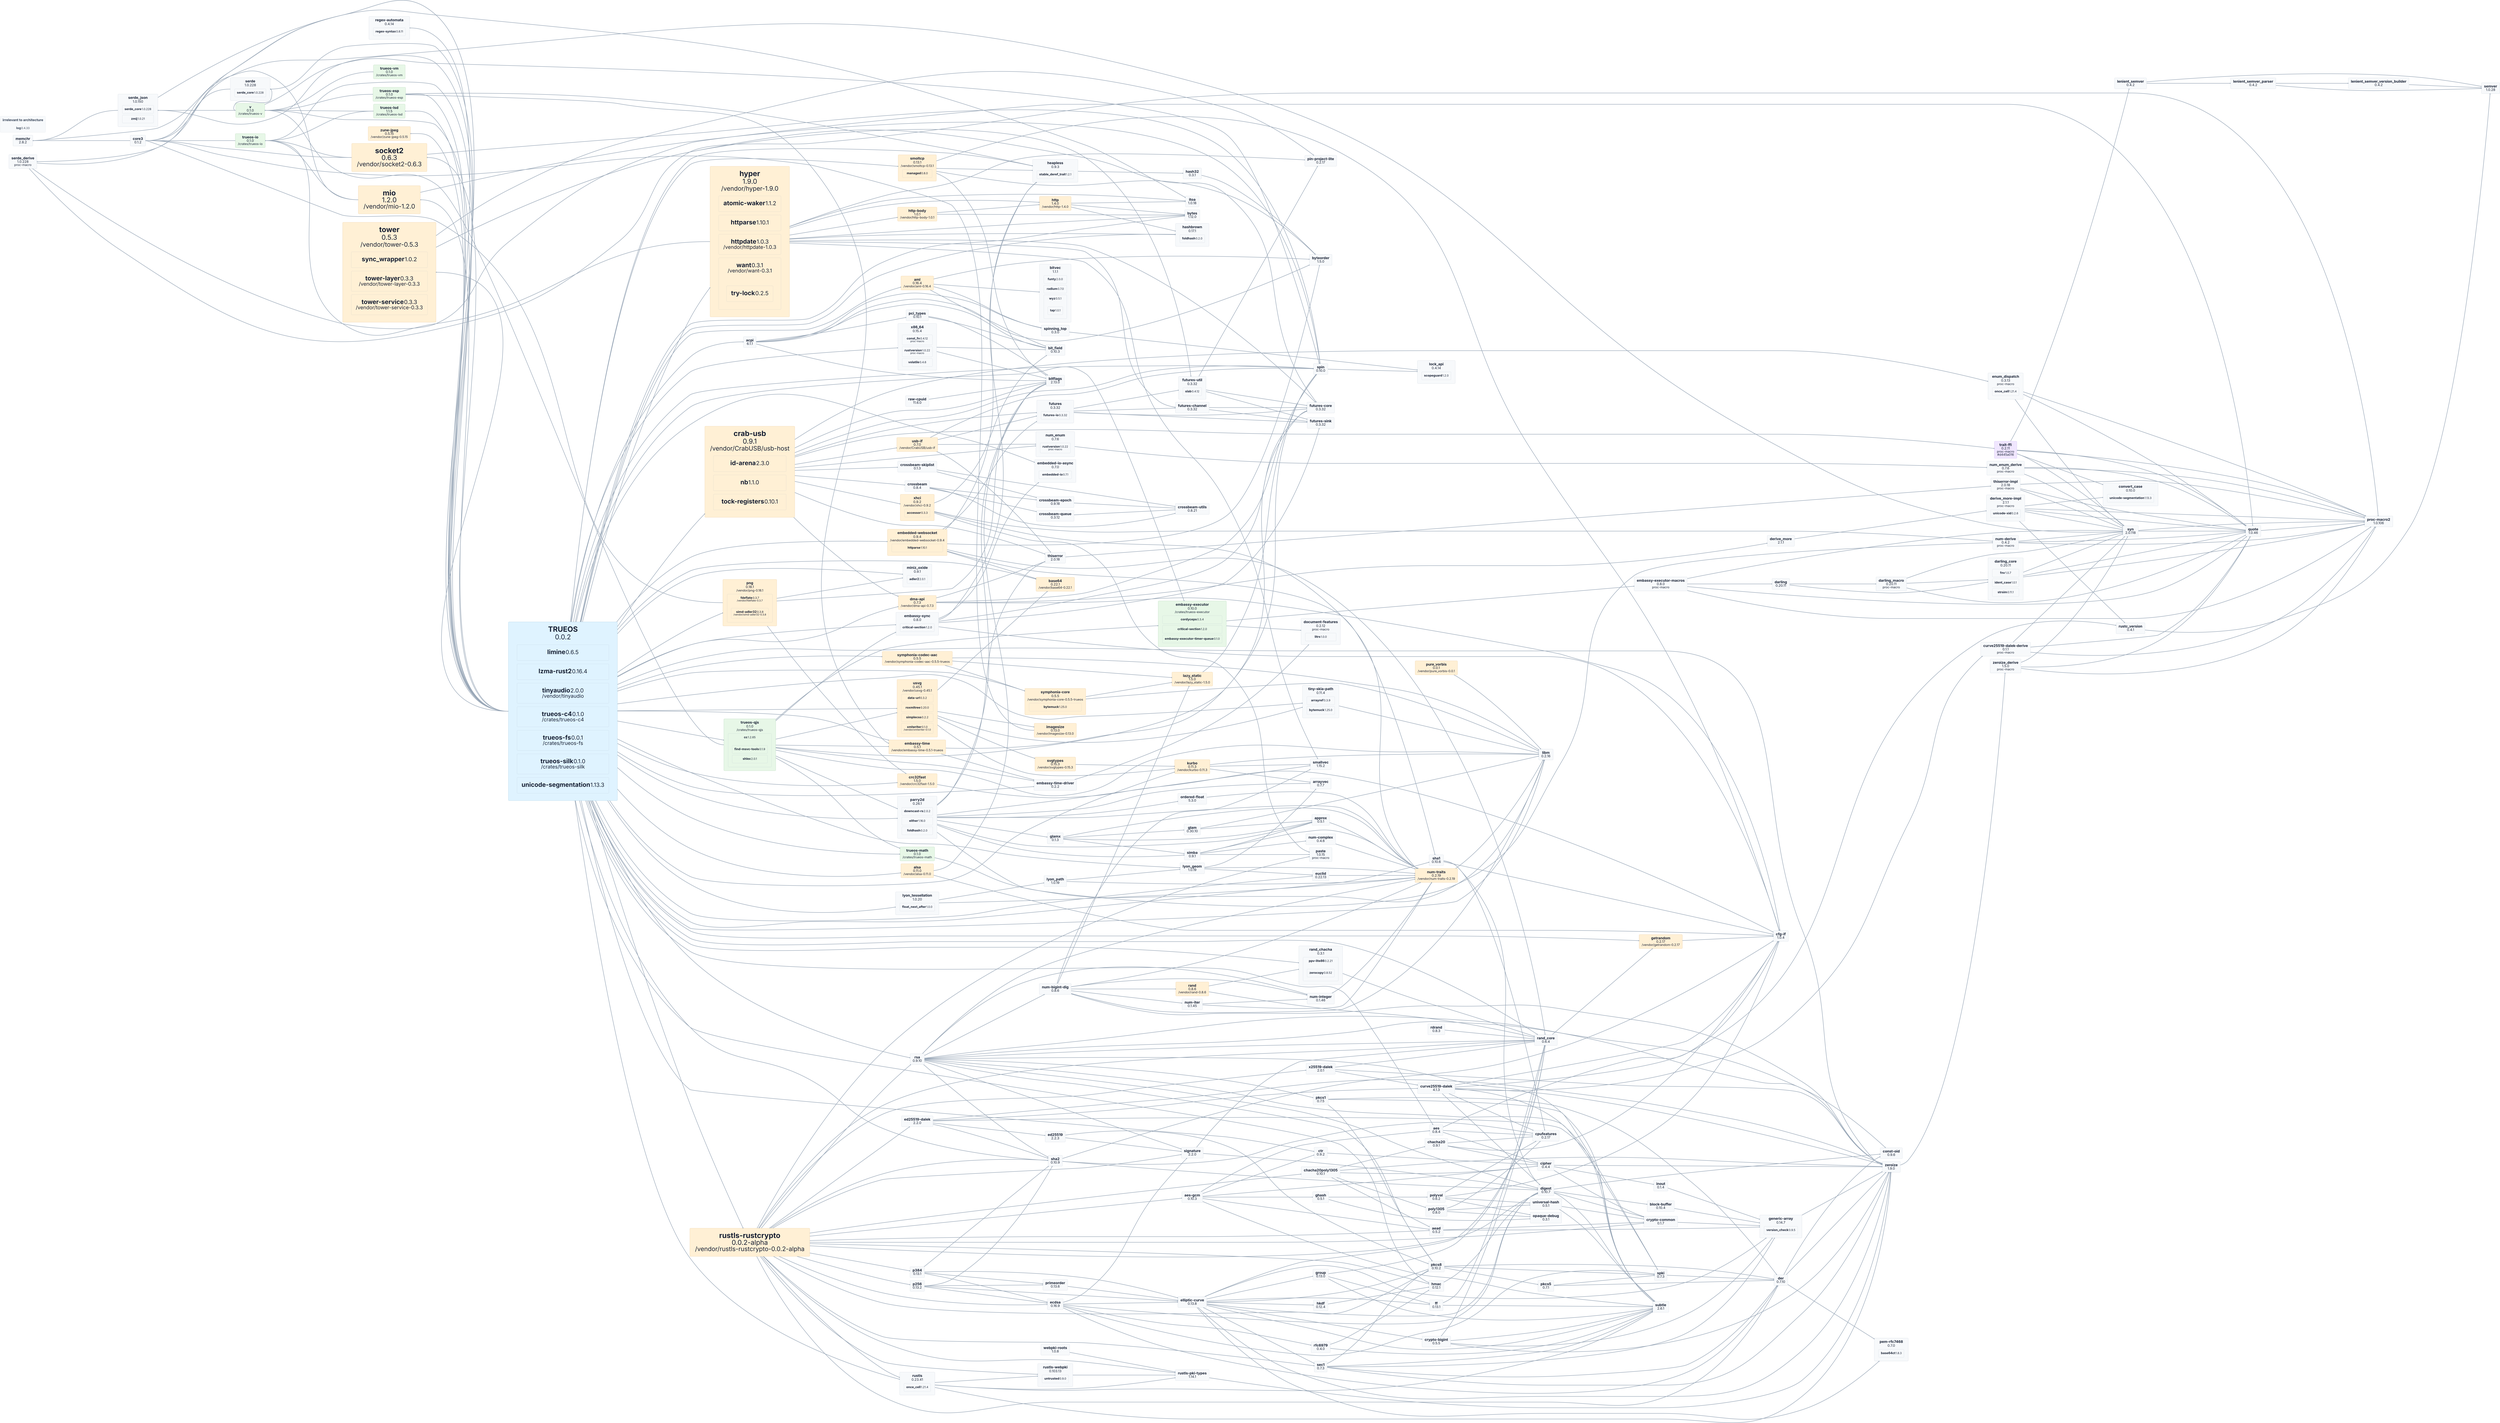
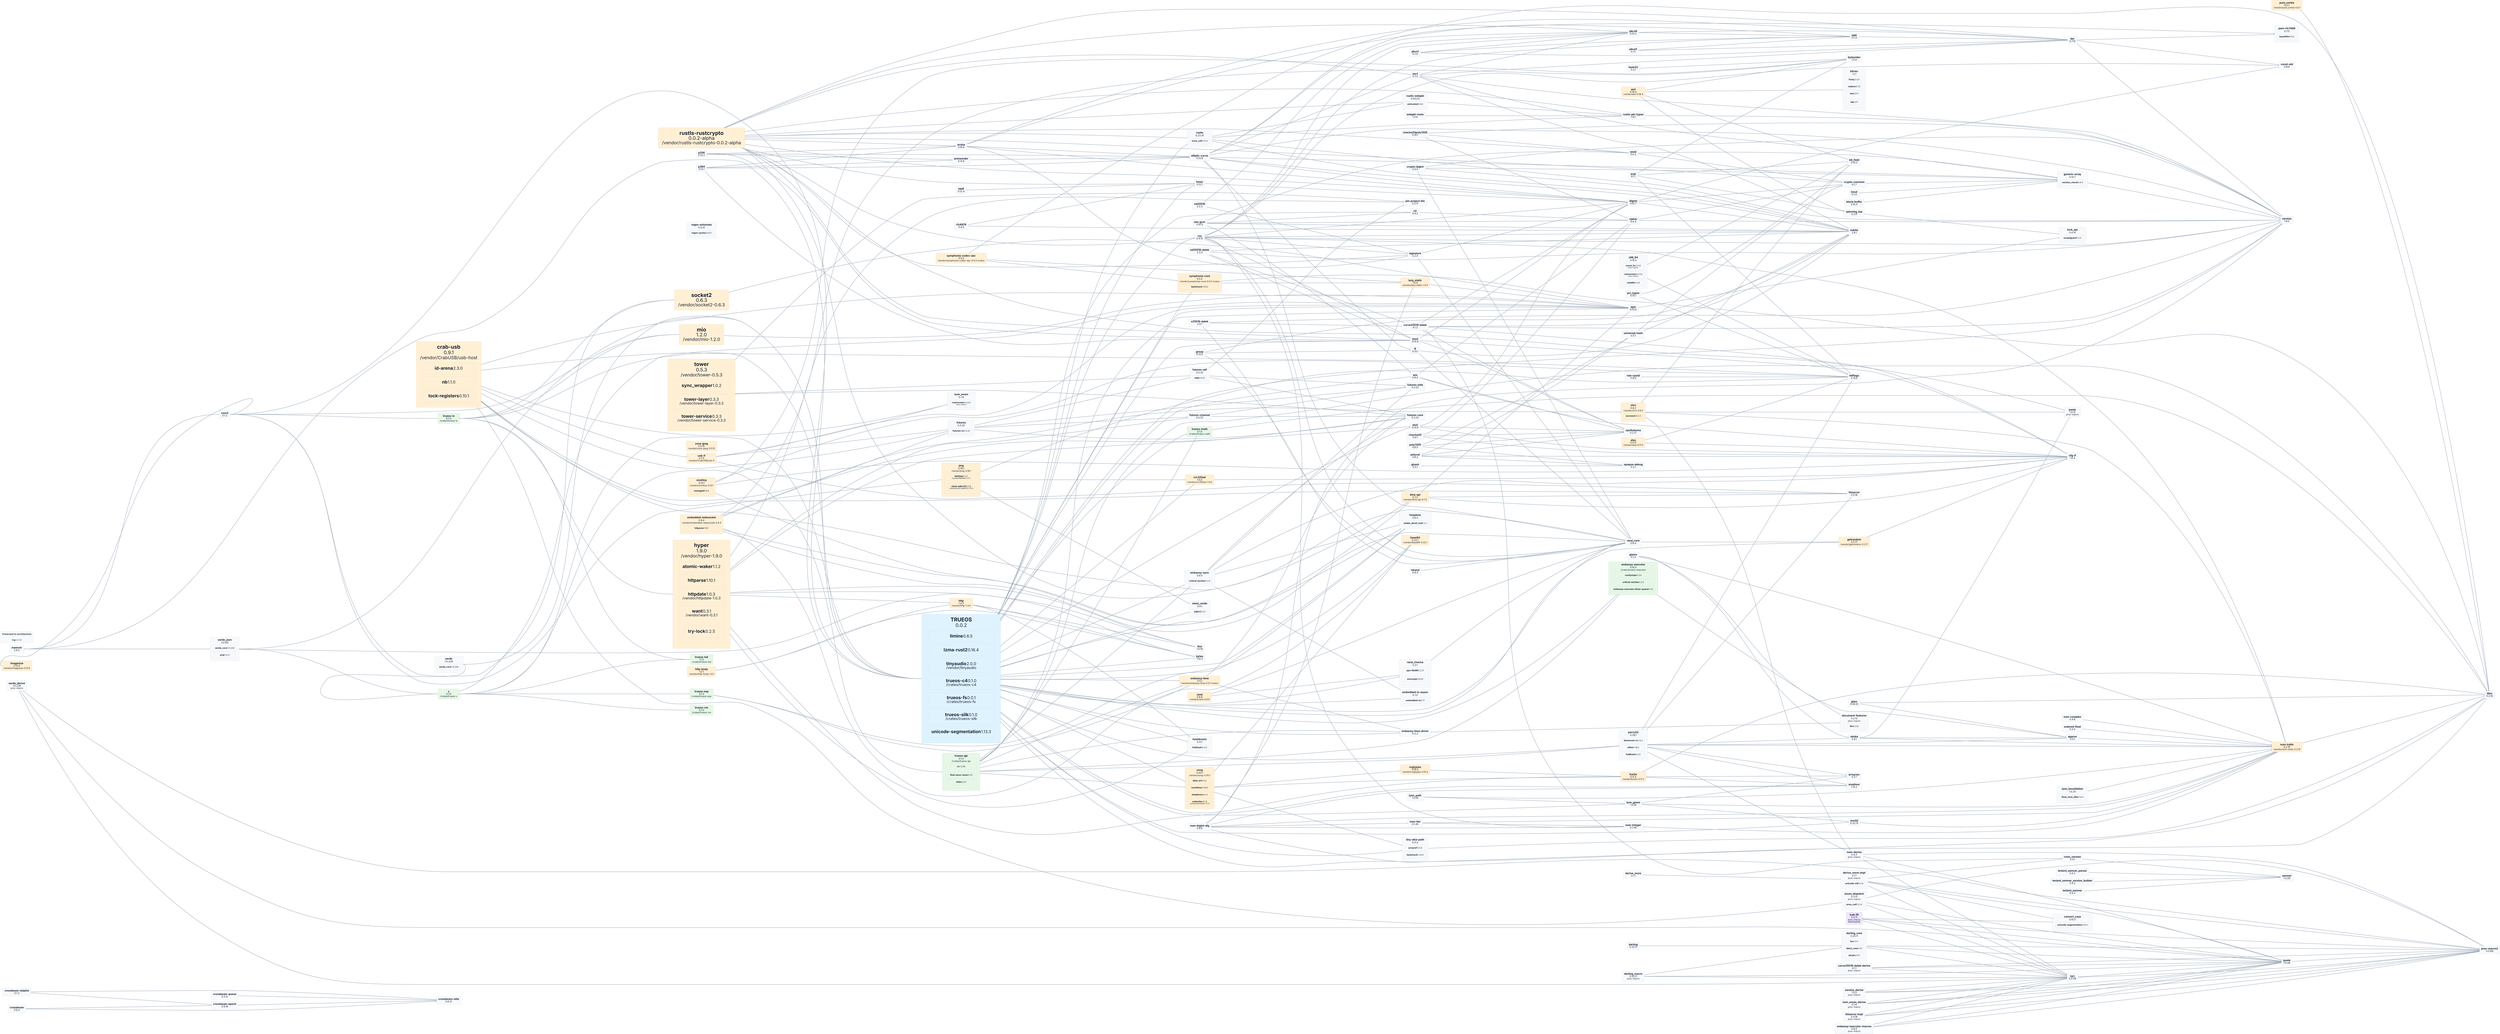
digraph trueos_depth_graph {
-   graph [rankdir=LR, bgcolor="white", overlap=false, splines=true, nodesep=0.62, ranksep=16.2];
+   graph [rankdir=LR, bgcolor="white", overlap=false, splines=true, nodesep=0.62, ranksep=55.0];
  node [shape=box, style="rounded,filled", fontname="Inter,Arial", fontsize=10, margin="0.13,0.10", color="#8b9bb0", fillcolor="#f7f9fb", fontcolor="#172033"];
  edge [color="#9aa8b8", arrowsize=0.55, penwidth=7.2];
  n0 [label=<<TABLE BORDER="0" CELLBORDER="0" CELLSPACING="0" CELLPADDING="0"><TR><TD><FONT POINT-SIZE="117"><B>TRUEOS</B></FONT></TD></TR>
<TR><TD><FONT POINT-SIZE="108">0.0.2</FONT></TD></TR><TR><TD><TABLE BORDER="0" CELLBORDER="0" CELLSPACING="54" CELLPADDING="0"><TR><TD><TABLE BORDER="1" CELLBORDER="0" CELLSPACING="0" CELLPADDING="72" COLOR="#9aa8b8" STYLE="ROUNDED"><TR><TD><FONT POINT-SIZE="99"><B>limine</B></FONT> <FONT POINT-SIZE="90">0.6.5</FONT></TD></TR></TABLE></TD></TR><TR><TD><TABLE BORDER="1" CELLBORDER="0" CELLSPACING="0" CELLPADDING="72" COLOR="#9aa8b8" STYLE="ROUNDED"><TR><TD><FONT POINT-SIZE="99"><B>lzma-rust2</B></FONT> <FONT POINT-SIZE="90">0.16.4</FONT></TD></TR></TABLE></TD></TR><TR><TD><TABLE BORDER="1" CELLBORDER="0" CELLSPACING="0" CELLPADDING="72" COLOR="#9aa8b8" STYLE="ROUNDED"><TR><TD><FONT POINT-SIZE="99"><B>tinyaudio</B></FONT> <FONT POINT-SIZE="90">2.0.0</FONT><BR/><FONT POINT-SIZE="81">/vendor/tinyaudio</FONT></TD></TR></TABLE></TD></TR><TR><TD><TABLE BORDER="1" CELLBORDER="0" CELLSPACING="0" CELLPADDING="72" COLOR="#9aa8b8" STYLE="ROUNDED"><TR><TD><FONT POINT-SIZE="99"><B>trueos-c4</B></FONT> <FONT POINT-SIZE="90">0.1.0</FONT><BR/><FONT POINT-SIZE="81">/crates/trueos-c4</FONT></TD></TR></TABLE></TD></TR><TR><TD><TABLE BORDER="1" CELLBORDER="0" CELLSPACING="0" CELLPADDING="72" COLOR="#9aa8b8" STYLE="ROUNDED"><TR><TD><FONT POINT-SIZE="99"><B>trueos-fs</B></FONT> <FONT POINT-SIZE="90">0.0.1</FONT><BR/><FONT POINT-SIZE="81">/crates/trueos-fs</FONT></TD></TR></TABLE></TD></TR><TR><TD><TABLE BORDER="1" CELLBORDER="0" CELLSPACING="0" CELLPADDING="72" COLOR="#9aa8b8" STYLE="ROUNDED"><TR><TD><FONT POINT-SIZE="99"><B>trueos-silk</B></FONT> <FONT POINT-SIZE="90">0.1.0</FONT><BR/><FONT POINT-SIZE="81">/crates/trueos-silk</FONT></TD></TR></TABLE></TD></TR><TR><TD PORT="p_unicode_segmentation_v1_13_3"><TABLE BORDER="1" CELLBORDER="0" CELLSPACING="0" CELLPADDING="72" COLOR="#9aa8b8" STYLE="ROUNDED"><TR><TD><FONT POINT-SIZE="99"><B>unicode-segmentation</B></FONT> <FONT POINT-SIZE="90">1.13.3</FONT></TD></TR></TABLE></TD></TR></TABLE></TD></TR></TABLE>>, fillcolor="#dff3ff", color="#1b78a6", margin="1.17,0.90"];
  n1 [label=<<FONT POINT-SIZE="58"><B>acpi</B></FONT><BR/><FONT POINT-SIZE="54">6.1.1</FONT>>, fillcolor="#f7f9fb", color="#8b9bb0", margin="0.58,0.45"];
  n2 [label=<<FONT POINT-SIZE="58"><B>aead</B></FONT><BR/><FONT POINT-SIZE="54">0.5.2</FONT>>, fillcolor="#f7f9fb", color="#8b9bb0", margin="0.58,0.45"];
  n3 [label=<<FONT POINT-SIZE="58"><B>aes</B></FONT><BR/><FONT POINT-SIZE="54">0.8.4</FONT>>, fillcolor="#f7f9fb", color="#8b9bb0", margin="0.58,0.45"];
  n4 [label=<<FONT POINT-SIZE="58"><B>aes-gcm</B></FONT><BR/><FONT POINT-SIZE="54">0.10.3</FONT>>, fillcolor="#f7f9fb", color="#8b9bb0", margin="0.58,0.45"];
  n5 [label=<<FONT POINT-SIZE="58"><B>alsa</B></FONT><BR/><FONT POINT-SIZE="54">0.11.0</FONT><BR/><FONT POINT-SIZE="50">/vendor/alsa-0.11.0</FONT>>, fillcolor="#fff0d5", color="#c47a1a", margin="0.58,0.45"];
  n6 [label=<<FONT POINT-SIZE="58"><B>aml</B></FONT><BR/><FONT POINT-SIZE="54">0.16.4</FONT><BR/><FONT POINT-SIZE="50">/vendor/aml-0.16.4</FONT>>, fillcolor="#fff0d5", color="#c47a1a", margin="0.58,0.45"];
  n7 [label=<<FONT POINT-SIZE="58"><B>approx</B></FONT><BR/><FONT POINT-SIZE="54">0.5.1</FONT>>, fillcolor="#f7f9fb", color="#8b9bb0", margin="0.58,0.45"];
  n8 [label=<<FONT POINT-SIZE="58"><B>arrayvec</B></FONT><BR/><FONT POINT-SIZE="54">0.7.7</FONT>>, fillcolor="#f7f9fb", color="#8b9bb0", margin="0.58,0.45"];
  n9 [label=<<FONT POINT-SIZE="58"><B>base64</B></FONT><BR/><FONT POINT-SIZE="54">0.22.1</FONT><BR/><FONT POINT-SIZE="50">/vendor/base64-0.22.1</FONT>>, fillcolor="#fff0d5", color="#c47a1a", margin="0.58,0.45"];
  n10 [label=<<FONT POINT-SIZE="58"><B>bit_field</B></FONT><BR/><FONT POINT-SIZE="54">0.10.3</FONT>>, fillcolor="#f7f9fb", color="#8b9bb0", margin="0.58,0.45"];
  n11 [label=<<FONT POINT-SIZE="58"><B>bitflags</B></FONT><BR/><FONT POINT-SIZE="54">2.13.0</FONT>>, fillcolor="#f7f9fb", color="#8b9bb0", margin="0.58,0.45"];
  n12 [label=<<TABLE BORDER="0" CELLBORDER="0" CELLSPACING="0" CELLPADDING="0"><TR><TD><FONT POINT-SIZE="58"><B>bitvec</B></FONT></TD></TR>
<TR><TD><FONT POINT-SIZE="54">1.1.1</FONT></TD></TR><TR><TD><TABLE BORDER="0" CELLBORDER="0" CELLSPACING="27" CELLPADDING="0"><TR><TD><TABLE BORDER="1" CELLBORDER="0" CELLSPACING="0" CELLPADDING="36" COLOR="#9aa8b8" STYLE="ROUNDED"><TR><TD><FONT POINT-SIZE="50"><B>funty</B></FONT> <FONT POINT-SIZE="45">2.0.0</FONT></TD></TR></TABLE></TD></TR><TR><TD><TABLE BORDER="1" CELLBORDER="0" CELLSPACING="0" CELLPADDING="36" COLOR="#9aa8b8" STYLE="ROUNDED"><TR><TD><FONT POINT-SIZE="50"><B>radium</B></FONT> <FONT POINT-SIZE="45">0.7.0</FONT></TD></TR></TABLE></TD></TR><TR><TD><TABLE BORDER="1" CELLBORDER="0" CELLSPACING="0" CELLPADDING="36" COLOR="#9aa8b8" STYLE="ROUNDED"><TR><TD><FONT POINT-SIZE="50"><B>wyz</B></FONT> <FONT POINT-SIZE="45">0.5.1</FONT></TD></TR><TR><TD><TABLE BORDER="0" CELLBORDER="0" CELLSPACING="27" CELLPADDING="0"><TR><TD><TABLE BORDER="1" CELLBORDER="0" CELLSPACING="0" CELLPADDING="36" COLOR="#9aa8b8" STYLE="ROUNDED"><TR><TD><FONT POINT-SIZE="50"><B>tap</B></FONT> <FONT POINT-SIZE="45">1.0.1</FONT></TD></TR></TABLE></TD></TR></TABLE></TD></TR></TABLE></TD></TR></TABLE></TD></TR></TABLE>>, fillcolor="#f7f9fb", color="#8b9bb0", margin="0.58,0.45"];
  n13 [label=<<FONT POINT-SIZE="58"><B>block-buffer</B></FONT><BR/><FONT POINT-SIZE="54">0.10.4</FONT>>, fillcolor="#f7f9fb", color="#8b9bb0", margin="0.58,0.45"];
  n14 [label=<<FONT POINT-SIZE="58"><B>byteorder</B></FONT><BR/><FONT POINT-SIZE="54">1.5.0</FONT>>, fillcolor="#f7f9fb", color="#8b9bb0", margin="0.58,0.45"];
  n15 [label=<<FONT POINT-SIZE="58"><B>bytes</B></FONT><BR/><FONT POINT-SIZE="54">1.12.0</FONT>>, fillcolor="#f7f9fb", color="#8b9bb0", margin="0.58,0.45"];
  n16 [label=<<FONT POINT-SIZE="58"><B>cfg-if</B></FONT><BR/><FONT POINT-SIZE="54">1.0.4</FONT>>, fillcolor="#f7f9fb", color="#8b9bb0", margin="0.58,0.45"];
  n17 [label=<<FONT POINT-SIZE="58"><B>chacha20</B></FONT><BR/><FONT POINT-SIZE="54">0.9.1</FONT>>, fillcolor="#f7f9fb", color="#8b9bb0", margin="0.58,0.45"];
  n18 [label=<<FONT POINT-SIZE="58"><B>chacha20poly1305</B></FONT><BR/><FONT POINT-SIZE="54">0.10.1</FONT>>, fillcolor="#f7f9fb", color="#8b9bb0", margin="0.58,0.45"];
  n19 [label=<<FONT POINT-SIZE="58"><B>cipher</B></FONT><BR/><FONT POINT-SIZE="54">0.4.4</FONT>>, fillcolor="#f7f9fb", color="#8b9bb0", margin="0.58,0.45"];
  n20 [label=<<FONT POINT-SIZE="58"><B>const-oid</B></FONT><BR/><FONT POINT-SIZE="54">0.9.6</FONT>>, fillcolor="#f7f9fb", color="#8b9bb0", margin="0.58,0.45"];
  n21 [label=<<TABLE BORDER="0" CELLBORDER="0" CELLSPACING="0" CELLPADDING="0"><TR><TD><FONT POINT-SIZE="58"><B>convert_case</B></FONT></TD></TR>
<TR><TD><FONT POINT-SIZE="54">0.10.0</FONT></TD></TR><TR><TD><TABLE BORDER="0" CELLBORDER="0" CELLSPACING="27" CELLPADDING="0"><TR><TD PORT="p_unicode_segmentation_v1_13_3"><TABLE BORDER="1" CELLBORDER="0" CELLSPACING="0" CELLPADDING="36" COLOR="#9aa8b8" STYLE="ROUNDED"><TR><TD><FONT POINT-SIZE="50"><B>unicode-segmentation</B></FONT> <FONT POINT-SIZE="45">1.13.3</FONT></TD></TR></TABLE></TD></TR></TABLE></TD></TR></TABLE>>, fillcolor="#f7f9fb", color="#8b9bb0", margin="0.58,0.45"];
  n22 [label=<<FONT POINT-SIZE="58"><B>core3</B></FONT><BR/><FONT POINT-SIZE="54">0.1.2</FONT>>, fillcolor="#f7f9fb", color="#8b9bb0", margin="0.58,0.45"];
  n23 [label=<<FONT POINT-SIZE="58"><B>cpufeatures</B></FONT><BR/><FONT POINT-SIZE="54">0.2.17</FONT>>, fillcolor="#f7f9fb", color="#8b9bb0", margin="0.58,0.45"];
  n24 [label=<<TABLE BORDER="0" CELLBORDER="0" CELLSPACING="0" CELLPADDING="0"><TR><TD><FONT POINT-SIZE="117"><B>crab-usb</B></FONT></TD></TR>
<TR><TD><FONT POINT-SIZE="108">0.9.1</FONT></TD></TR>
<TR><TD><FONT POINT-SIZE="99">/vendor/CrabUSB/usb-host</FONT></TD></TR><TR><TD><TABLE BORDER="0" CELLBORDER="0" CELLSPACING="54" CELLPADDING="0"><TR><TD><TABLE BORDER="1" CELLBORDER="0" CELLSPACING="0" CELLPADDING="72" COLOR="#9aa8b8" STYLE="ROUNDED"><TR><TD><FONT POINT-SIZE="99"><B>id-arena</B></FONT> <FONT POINT-SIZE="90">2.3.0</FONT></TD></TR></TABLE></TD></TR><TR><TD><TABLE BORDER="1" CELLBORDER="0" CELLSPACING="0" CELLPADDING="72" COLOR="#9aa8b8" STYLE="ROUNDED"><TR><TD><FONT POINT-SIZE="99"><B>nb</B></FONT> <FONT POINT-SIZE="90">1.1.0</FONT></TD></TR></TABLE></TD></TR><TR><TD><TABLE BORDER="1" CELLBORDER="0" CELLSPACING="0" CELLPADDING="72" COLOR="#9aa8b8" STYLE="ROUNDED"><TR><TD><FONT POINT-SIZE="99"><B>tock-registers</B></FONT> <FONT POINT-SIZE="90">0.10.1</FONT></TD></TR></TABLE></TD></TR></TABLE></TD></TR></TABLE>>, fillcolor="#fff0d5", color="#c47a1a", margin="1.17,0.90"];
  n25 [label=<<FONT POINT-SIZE="58"><B>crc32fast</B></FONT><BR/><FONT POINT-SIZE="54">1.5.0</FONT><BR/><FONT POINT-SIZE="50">/vendor/crc32fast-1.5.0</FONT>>, fillcolor="#fff0d5", color="#c47a1a", margin="0.58,0.45"];
  n26 [label=<<FONT POINT-SIZE="58"><B>crossbeam</B></FONT><BR/><FONT POINT-SIZE="54">0.8.4</FONT>>, fillcolor="#f7f9fb", color="#8b9bb0", margin="0.58,0.45"];
  n27 [label=<<FONT POINT-SIZE="58"><B>crossbeam-epoch</B></FONT><BR/><FONT POINT-SIZE="54">0.9.18</FONT>>, fillcolor="#f7f9fb", color="#8b9bb0", margin="0.58,0.45"];
  n28 [label=<<FONT POINT-SIZE="58"><B>crossbeam-queue</B></FONT><BR/><FONT POINT-SIZE="54">0.3.12</FONT>>, fillcolor="#f7f9fb", color="#8b9bb0", margin="0.58,0.45"];
  n29 [label=<<FONT POINT-SIZE="58"><B>crossbeam-skiplist</B></FONT><BR/><FONT POINT-SIZE="54">0.1.3</FONT>>, fillcolor="#f7f9fb", color="#8b9bb0", margin="0.58,0.45"];
  n30 [label=<<FONT POINT-SIZE="58"><B>crossbeam-utils</B></FONT><BR/><FONT POINT-SIZE="54">0.8.21</FONT>>, fillcolor="#f7f9fb", color="#8b9bb0", margin="0.58,0.45"];
  n31 [label=<<FONT POINT-SIZE="58"><B>crypto-bigint</B></FONT><BR/><FONT POINT-SIZE="54">0.5.5</FONT>>, fillcolor="#f7f9fb", color="#8b9bb0", margin="0.58,0.45"];
  n32 [label=<<FONT POINT-SIZE="58"><B>crypto-common</B></FONT><BR/><FONT POINT-SIZE="54">0.1.7</FONT>>, fillcolor="#f7f9fb", color="#8b9bb0", margin="0.58,0.45"];
  n33 [label=<<FONT POINT-SIZE="58"><B>ctr</B></FONT><BR/><FONT POINT-SIZE="54">0.9.2</FONT>>, fillcolor="#f7f9fb", color="#8b9bb0", margin="0.58,0.45"];
  n34 [label=<<FONT POINT-SIZE="58"><B>curve25519-dalek</B></FONT><BR/><FONT POINT-SIZE="54">4.1.3</FONT>>, fillcolor="#f7f9fb", color="#8b9bb0", margin="0.58,0.45"];
  n35 [label=<<FONT POINT-SIZE="58"><B>curve25519-dalek-derive</B></FONT><BR/><FONT POINT-SIZE="54">0.1.1</FONT><BR/><FONT POINT-SIZE="50">proc-macro</FONT>>, fillcolor="#f7f9fb", color="#8b9bb0", margin="0.58,0.45"];
  n36 [label=<<FONT POINT-SIZE="58"><B>darling</B></FONT><BR/><FONT POINT-SIZE="54">0.20.11</FONT>>, fillcolor="#f7f9fb", color="#8b9bb0", margin="0.58,0.45"];
  n37 [label=<<TABLE BORDER="0" CELLBORDER="0" CELLSPACING="0" CELLPADDING="0"><TR><TD><FONT POINT-SIZE="58"><B>darling_core</B></FONT></TD></TR>
<TR><TD><FONT POINT-SIZE="54">0.20.11</FONT></TD></TR><TR><TD><TABLE BORDER="0" CELLBORDER="0" CELLSPACING="27" CELLPADDING="0"><TR><TD><TABLE BORDER="1" CELLBORDER="0" CELLSPACING="0" CELLPADDING="36" COLOR="#9aa8b8" STYLE="ROUNDED"><TR><TD><FONT POINT-SIZE="50"><B>fnv</B></FONT> <FONT POINT-SIZE="45">1.0.7</FONT></TD></TR></TABLE></TD></TR><TR><TD><TABLE BORDER="1" CELLBORDER="0" CELLSPACING="0" CELLPADDING="36" COLOR="#9aa8b8" STYLE="ROUNDED"><TR><TD><FONT POINT-SIZE="50"><B>ident_case</B></FONT> <FONT POINT-SIZE="45">1.0.1</FONT></TD></TR></TABLE></TD></TR><TR><TD><TABLE BORDER="1" CELLBORDER="0" CELLSPACING="0" CELLPADDING="36" COLOR="#9aa8b8" STYLE="ROUNDED"><TR><TD><FONT POINT-SIZE="50"><B>strsim</B></FONT> <FONT POINT-SIZE="45">0.11.1</FONT></TD></TR></TABLE></TD></TR></TABLE></TD></TR></TABLE>>, fillcolor="#f7f9fb", color="#8b9bb0", margin="0.58,0.45"];
  n38 [label=<<FONT POINT-SIZE="58"><B>darling_macro</B></FONT><BR/><FONT POINT-SIZE="54">0.20.11</FONT><BR/><FONT POINT-SIZE="50">proc-macro</FONT>>, fillcolor="#f7f9fb", color="#8b9bb0", margin="0.58,0.45"];
  n39 [label=<<FONT POINT-SIZE="58"><B>der</B></FONT><BR/><FONT POINT-SIZE="54">0.7.10</FONT>>, fillcolor="#f7f9fb", color="#8b9bb0", margin="0.58,0.45"];
  n40 [label=<<FONT POINT-SIZE="58"><B>derive_more</B></FONT><BR/><FONT POINT-SIZE="54">2.1.1</FONT>>, fillcolor="#f7f9fb", color="#8b9bb0", margin="0.58,0.45"];
  n41 [label=<<TABLE BORDER="0" CELLBORDER="0" CELLSPACING="0" CELLPADDING="0"><TR><TD><FONT POINT-SIZE="58"><B>derive_more-impl</B></FONT></TD></TR>
<TR><TD><FONT POINT-SIZE="54">2.1.1</FONT></TD></TR>
<TR><TD><FONT POINT-SIZE="50">proc-macro</FONT></TD></TR><TR><TD><TABLE BORDER="0" CELLBORDER="0" CELLSPACING="27" CELLPADDING="0"><TR><TD><TABLE BORDER="1" CELLBORDER="0" CELLSPACING="0" CELLPADDING="36" COLOR="#9aa8b8" STYLE="ROUNDED"><TR><TD><FONT POINT-SIZE="50"><B>unicode-xid</B></FONT> <FONT POINT-SIZE="45">0.2.6</FONT></TD></TR></TABLE></TD></TR></TABLE></TD></TR></TABLE>>, fillcolor="#f7f9fb", color="#8b9bb0", margin="0.58,0.45"];
  n42 [label=<<FONT POINT-SIZE="58"><B>digest</B></FONT><BR/><FONT POINT-SIZE="54">0.10.7</FONT>>, fillcolor="#f7f9fb", color="#8b9bb0", margin="0.58,0.45"];
  n43 [label=<<FONT POINT-SIZE="58"><B>dma-api</B></FONT><BR/><FONT POINT-SIZE="54">0.7.3</FONT><BR/><FONT POINT-SIZE="50">/vendor/dma-api-0.7.3</FONT>>, fillcolor="#fff0d5", color="#c47a1a", margin="0.58,0.45"];
  n44 [label=<<TABLE BORDER="0" CELLBORDER="0" CELLSPACING="0" CELLPADDING="0"><TR><TD><FONT POINT-SIZE="58"><B>document-features</B></FONT></TD></TR>
<TR><TD><FONT POINT-SIZE="54">0.2.12</FONT></TD></TR>
<TR><TD><FONT POINT-SIZE="50">proc-macro</FONT></TD></TR><TR><TD><TABLE BORDER="0" CELLBORDER="0" CELLSPACING="27" CELLPADDING="0"><TR><TD><TABLE BORDER="1" CELLBORDER="0" CELLSPACING="0" CELLPADDING="36" COLOR="#9aa8b8" STYLE="ROUNDED"><TR><TD><FONT POINT-SIZE="50"><B>litrs</B></FONT> <FONT POINT-SIZE="45">1.0.0</FONT></TD></TR></TABLE></TD></TR></TABLE></TD></TR></TABLE>>, fillcolor="#f7f9fb", color="#8b9bb0", margin="0.58,0.45"];
  n45 [label=<<FONT POINT-SIZE="58"><B>ecdsa</B></FONT><BR/><FONT POINT-SIZE="54">0.16.9</FONT>>, fillcolor="#f7f9fb", color="#8b9bb0", margin="0.58,0.45"];
  n46 [label=<<FONT POINT-SIZE="58"><B>ed25519</B></FONT><BR/><FONT POINT-SIZE="54">2.2.3</FONT>>, fillcolor="#f7f9fb", color="#8b9bb0", margin="0.58,0.45"];
  n47 [label=<<FONT POINT-SIZE="58"><B>ed25519-dalek</B></FONT><BR/><FONT POINT-SIZE="54">2.2.0</FONT>>, fillcolor="#f7f9fb", color="#8b9bb0", margin="0.58,0.45"];
  n48 [label=<<FONT POINT-SIZE="58"><B>elliptic-curve</B></FONT><BR/><FONT POINT-SIZE="54">0.13.8</FONT>>, fillcolor="#f7f9fb", color="#8b9bb0", margin="0.58,0.45"];
  n49 [label=<<TABLE BORDER="0" CELLBORDER="0" CELLSPACING="0" CELLPADDING="0"><TR><TD><FONT POINT-SIZE="58"><B>embassy-executor</B></FONT></TD></TR>
<TR><TD><FONT POINT-SIZE="54">0.10.0</FONT></TD></TR>
<TR><TD><FONT POINT-SIZE="50">/crates/trueos-executor</FONT></TD></TR><TR><TD><TABLE BORDER="0" CELLBORDER="0" CELLSPACING="27" CELLPADDING="0"><TR><TD><TABLE BORDER="1" CELLBORDER="0" CELLSPACING="0" CELLPADDING="36" COLOR="#9aa8b8" STYLE="ROUNDED"><TR><TD><FONT POINT-SIZE="50"><B>cordyceps</B></FONT> <FONT POINT-SIZE="45">0.3.4</FONT></TD></TR></TABLE></TD></TR><TR><TD PORT="p_critical_section_v1_2_0"><TABLE BORDER="1" CELLBORDER="0" CELLSPACING="0" CELLPADDING="36" COLOR="#9aa8b8" STYLE="ROUNDED"><TR><TD><FONT POINT-SIZE="50"><B>critical-section</B></FONT> <FONT POINT-SIZE="45">1.2.0</FONT></TD></TR></TABLE></TD></TR><TR><TD><TABLE BORDER="1" CELLBORDER="0" CELLSPACING="0" CELLPADDING="36" COLOR="#9aa8b8" STYLE="ROUNDED"><TR><TD><FONT POINT-SIZE="50"><B>embassy-executor-timer-queue</B></FONT> <FONT POINT-SIZE="45">0.1.0</FONT></TD></TR></TABLE></TD></TR></TABLE></TD></TR></TABLE>>, fillcolor="#e7f7e7", color="#3f8f46", margin="0.58,0.45"];
  n50 [label=<<FONT POINT-SIZE="58"><B>embassy-executor-macros</B></FONT><BR/><FONT POINT-SIZE="54">0.8.0</FONT><BR/><FONT POINT-SIZE="50">proc-macro</FONT>>, fillcolor="#f7f9fb", color="#8b9bb0", margin="0.58,0.45"];
  n51 [label=<<TABLE BORDER="0" CELLBORDER="0" CELLSPACING="0" CELLPADDING="0"><TR><TD><FONT POINT-SIZE="58"><B>embassy-sync</B></FONT></TD></TR>
<TR><TD><FONT POINT-SIZE="54">0.8.0</FONT></TD></TR><TR><TD><TABLE BORDER="0" CELLBORDER="0" CELLSPACING="27" CELLPADDING="0"><TR><TD PORT="p_critical_section_v1_2_0"><TABLE BORDER="1" CELLBORDER="0" CELLSPACING="0" CELLPADDING="36" COLOR="#9aa8b8" STYLE="ROUNDED"><TR><TD><FONT POINT-SIZE="50"><B>critical-section</B></FONT> <FONT POINT-SIZE="45">1.2.0</FONT></TD></TR></TABLE></TD></TR></TABLE></TD></TR></TABLE>>, fillcolor="#f7f9fb", color="#8b9bb0", margin="0.58,0.45"];
  n52 [label=<<FONT POINT-SIZE="58"><B>embassy-time</B></FONT><BR/><FONT POINT-SIZE="54">0.5.1</FONT><BR/><FONT POINT-SIZE="50">/vendor/embassy-time-0.5.1-trueos</FONT>>, fillcolor="#fff0d5", color="#c47a1a", margin="0.58,0.45"];
  n53 [label=<<FONT POINT-SIZE="58"><B>embassy-time-driver</B></FONT><BR/><FONT POINT-SIZE="54">0.2.2</FONT>>, fillcolor="#f7f9fb", color="#8b9bb0", margin="0.58,0.45"];
  n54 [label=<<TABLE BORDER="0" CELLBORDER="0" CELLSPACING="0" CELLPADDING="0"><TR><TD><FONT POINT-SIZE="58"><B>embedded-io-async</B></FONT></TD></TR>
<TR><TD><FONT POINT-SIZE="54">0.7.0</FONT></TD></TR><TR><TD><TABLE BORDER="0" CELLBORDER="0" CELLSPACING="27" CELLPADDING="0"><TR><TD><TABLE BORDER="1" CELLBORDER="0" CELLSPACING="0" CELLPADDING="36" COLOR="#9aa8b8" STYLE="ROUNDED"><TR><TD><FONT POINT-SIZE="50"><B>embedded-io</B></FONT> <FONT POINT-SIZE="45">0.7.1</FONT></TD></TR></TABLE></TD></TR></TABLE></TD></TR></TABLE>>, fillcolor="#f7f9fb", color="#8b9bb0", margin="0.58,0.45"];
  n55 [label=<<TABLE BORDER="0" CELLBORDER="0" CELLSPACING="0" CELLPADDING="0"><TR><TD><FONT POINT-SIZE="58"><B>embedded-websocket</B></FONT></TD></TR>
<TR><TD><FONT POINT-SIZE="54">0.9.4</FONT></TD></TR>
<TR><TD><FONT POINT-SIZE="50">/vendor/embedded-websocket-0.9.4</FONT></TD></TR><TR><TD><TABLE BORDER="0" CELLBORDER="0" CELLSPACING="27" CELLPADDING="0"><TR><TD PORT="p_httparse_v1_10_1"><TABLE BORDER="1" CELLBORDER="0" CELLSPACING="0" CELLPADDING="36" COLOR="#9aa8b8" STYLE="ROUNDED"><TR><TD><FONT POINT-SIZE="50"><B>httparse</B></FONT> <FONT POINT-SIZE="45">1.10.1</FONT></TD></TR></TABLE></TD></TR></TABLE></TD></TR></TABLE>>, fillcolor="#fff0d5", color="#c47a1a", margin="0.58,0.45"];
  n56 [label=<<TABLE BORDER="0" CELLBORDER="0" CELLSPACING="0" CELLPADDING="0"><TR><TD><FONT POINT-SIZE="58"><B>enum_dispatch</B></FONT></TD></TR>
<TR><TD><FONT POINT-SIZE="54">0.3.13</FONT></TD></TR>
<TR><TD><FONT POINT-SIZE="50">proc-macro</FONT></TD></TR><TR><TD><TABLE BORDER="0" CELLBORDER="0" CELLSPACING="27" CELLPADDING="0"><TR><TD PORT="p_once_cell_v1_21_4"><TABLE BORDER="1" CELLBORDER="0" CELLSPACING="0" CELLPADDING="36" COLOR="#9aa8b8" STYLE="ROUNDED"><TR><TD><FONT POINT-SIZE="50"><B>once_cell</B></FONT> <FONT POINT-SIZE="45">1.21.4</FONT></TD></TR></TABLE></TD></TR></TABLE></TD></TR></TABLE>>, fillcolor="#f7f9fb", color="#8b9bb0", margin="0.58,0.45"];
  n57 [label=<<FONT POINT-SIZE="58"><B>euclid</B></FONT><BR/><FONT POINT-SIZE="54">0.22.13</FONT>>, fillcolor="#f7f9fb", color="#8b9bb0", margin="0.58,0.45"];
  n58 [label=<<FONT POINT-SIZE="58"><B>ff</B></FONT><BR/><FONT POINT-SIZE="54">0.13.1</FONT>>, fillcolor="#f7f9fb", color="#8b9bb0", margin="0.58,0.45"];
  n59 [label=<<TABLE BORDER="0" CELLBORDER="0" CELLSPACING="0" CELLPADDING="0"><TR><TD><FONT POINT-SIZE="58"><B>futures</B></FONT></TD></TR>
<TR><TD><FONT POINT-SIZE="54">0.3.32</FONT></TD></TR><TR><TD><TABLE BORDER="0" CELLBORDER="0" CELLSPACING="27" CELLPADDING="0"><TR><TD><TABLE BORDER="1" CELLBORDER="0" CELLSPACING="0" CELLPADDING="36" COLOR="#9aa8b8" STYLE="ROUNDED"><TR><TD><FONT POINT-SIZE="50"><B>futures-io</B></FONT> <FONT POINT-SIZE="45">0.3.32</FONT></TD></TR></TABLE></TD></TR></TABLE></TD></TR></TABLE>>, fillcolor="#f7f9fb", color="#8b9bb0", margin="0.58,0.45"];
  n60 [label=<<FONT POINT-SIZE="58"><B>futures-channel</B></FONT><BR/><FONT POINT-SIZE="54">0.3.32</FONT>>, fillcolor="#f7f9fb", color="#8b9bb0", margin="0.58,0.45"];
  n61 [label=<<FONT POINT-SIZE="58"><B>futures-core</B></FONT><BR/><FONT POINT-SIZE="54">0.3.32</FONT>>, fillcolor="#f7f9fb", color="#8b9bb0", margin="0.58,0.45"];
  n62 [label=<<FONT POINT-SIZE="58"><B>futures-sink</B></FONT><BR/><FONT POINT-SIZE="54">0.3.32</FONT>>, fillcolor="#f7f9fb", color="#8b9bb0", margin="0.58,0.45"];
  n63 [label=<<TABLE BORDER="0" CELLBORDER="0" CELLSPACING="0" CELLPADDING="0"><TR><TD><FONT POINT-SIZE="58"><B>futures-util</B></FONT></TD></TR>
<TR><TD><FONT POINT-SIZE="54">0.3.32</FONT></TD></TR><TR><TD><TABLE BORDER="0" CELLBORDER="0" CELLSPACING="27" CELLPADDING="0"><TR><TD><TABLE BORDER="1" CELLBORDER="0" CELLSPACING="0" CELLPADDING="36" COLOR="#9aa8b8" STYLE="ROUNDED"><TR><TD><FONT POINT-SIZE="50"><B>slab</B></FONT> <FONT POINT-SIZE="45">0.4.12</FONT></TD></TR></TABLE></TD></TR></TABLE></TD></TR></TABLE>>, fillcolor="#f7f9fb", color="#8b9bb0", margin="0.58,0.45"];
  n64 [label=<<TABLE BORDER="0" CELLBORDER="0" CELLSPACING="0" CELLPADDING="0"><TR><TD><FONT POINT-SIZE="58"><B>generic-array</B></FONT></TD></TR>
<TR><TD><FONT POINT-SIZE="54">0.14.7</FONT></TD></TR><TR><TD><TABLE BORDER="0" CELLBORDER="0" CELLSPACING="27" CELLPADDING="0"><TR><TD><TABLE BORDER="1" CELLBORDER="0" CELLSPACING="0" CELLPADDING="36" COLOR="#9aa8b8" STYLE="ROUNDED"><TR><TD><FONT POINT-SIZE="50"><B>version_check</B></FONT> <FONT POINT-SIZE="45">0.9.5</FONT></TD></TR></TABLE></TD></TR></TABLE></TD></TR></TABLE>>, fillcolor="#f7f9fb", color="#8b9bb0", margin="0.58,0.45"];
  n65 [label=<<FONT POINT-SIZE="58"><B>getrandom</B></FONT><BR/><FONT POINT-SIZE="54">0.2.17</FONT><BR/><FONT POINT-SIZE="50">/vendor/getrandom-0.2.17</FONT>>, fillcolor="#fff0d5", color="#c47a1a", margin="0.58,0.45"];
  n66 [label=<<FONT POINT-SIZE="58"><B>ghash</B></FONT><BR/><FONT POINT-SIZE="54">0.5.1</FONT>>, fillcolor="#f7f9fb", color="#8b9bb0", margin="0.58,0.45"];
  n67 [label=<<FONT POINT-SIZE="58"><B>glam</B></FONT><BR/><FONT POINT-SIZE="54">0.30.10</FONT>>, fillcolor="#f7f9fb", color="#8b9bb0", margin="0.58,0.45"];
  n68 [label=<<FONT POINT-SIZE="58"><B>glamx</B></FONT><BR/><FONT POINT-SIZE="54">0.1.3</FONT>>, fillcolor="#f7f9fb", color="#8b9bb0", margin="0.58,0.45"];
  n69 [label=<<FONT POINT-SIZE="58"><B>group</B></FONT><BR/><FONT POINT-SIZE="54">0.13.0</FONT>>, fillcolor="#f7f9fb", color="#8b9bb0", margin="0.58,0.45"];
  n70 [label=<<FONT POINT-SIZE="58"><B>hash32</B></FONT><BR/><FONT POINT-SIZE="54">0.3.1</FONT>>, fillcolor="#f7f9fb", color="#8b9bb0", margin="0.58,0.45"];
  n71 [label=<<TABLE BORDER="0" CELLBORDER="0" CELLSPACING="0" CELLPADDING="0"><TR><TD><FONT POINT-SIZE="58"><B>hashbrown</B></FONT></TD></TR>
<TR><TD><FONT POINT-SIZE="54">0.17.1</FONT></TD></TR><TR><TD><TABLE BORDER="0" CELLBORDER="0" CELLSPACING="27" CELLPADDING="0"><TR><TD PORT="p_foldhash_v0_2_0"><TABLE BORDER="1" CELLBORDER="0" CELLSPACING="0" CELLPADDING="36" COLOR="#9aa8b8" STYLE="ROUNDED"><TR><TD><FONT POINT-SIZE="50"><B>foldhash</B></FONT> <FONT POINT-SIZE="45">0.2.0</FONT></TD></TR></TABLE></TD></TR></TABLE></TD></TR></TABLE>>, fillcolor="#f7f9fb", color="#8b9bb0", margin="0.58,0.45"];
  n72 [label=<<TABLE BORDER="0" CELLBORDER="0" CELLSPACING="0" CELLPADDING="0"><TR><TD><FONT POINT-SIZE="58"><B>heapless</B></FONT></TD></TR>
<TR><TD><FONT POINT-SIZE="54">0.9.3</FONT></TD></TR><TR><TD><TABLE BORDER="0" CELLBORDER="0" CELLSPACING="27" CELLPADDING="0"><TR><TD><TABLE BORDER="1" CELLBORDER="0" CELLSPACING="0" CELLPADDING="36" COLOR="#9aa8b8" STYLE="ROUNDED"><TR><TD><FONT POINT-SIZE="50"><B>stable_deref_trait</B></FONT> <FONT POINT-SIZE="45">1.2.1</FONT></TD></TR></TABLE></TD></TR></TABLE></TD></TR></TABLE>>, fillcolor="#f7f9fb", color="#8b9bb0", margin="0.58,0.45"];
  n73 [label=<<FONT POINT-SIZE="58"><B>hkdf</B></FONT><BR/><FONT POINT-SIZE="54">0.12.4</FONT>>, fillcolor="#f7f9fb", color="#8b9bb0", margin="0.58,0.45"];
  n74 [label=<<FONT POINT-SIZE="58"><B>hmac</B></FONT><BR/><FONT POINT-SIZE="54">0.12.1</FONT>>, fillcolor="#f7f9fb", color="#8b9bb0", margin="0.58,0.45"];
  n75 [label=<<FONT POINT-SIZE="58"><B>http</B></FONT><BR/><FONT POINT-SIZE="54">1.4.0</FONT><BR/><FONT POINT-SIZE="50">/vendor/http-1.4.0</FONT>>, fillcolor="#fff0d5", color="#c47a1a", margin="0.58,0.45"];
  n76 [label=<<FONT POINT-SIZE="58"><B>http-body</B></FONT><BR/><FONT POINT-SIZE="54">1.0.1</FONT><BR/><FONT POINT-SIZE="50">/vendor/http-body-1.0.1</FONT>>, fillcolor="#fff0d5", color="#c47a1a", margin="0.58,0.45"];
  n77 [label=<<TABLE BORDER="0" CELLBORDER="0" CELLSPACING="0" CELLPADDING="0"><TR><TD><FONT POINT-SIZE="117"><B>hyper</B></FONT></TD></TR>
<TR><TD><FONT POINT-SIZE="108">1.9.0</FONT></TD></TR>
<TR><TD><FONT POINT-SIZE="99">/vendor/hyper-1.9.0</FONT></TD></TR><TR><TD><TABLE BORDER="0" CELLBORDER="0" CELLSPACING="54" CELLPADDING="0"><TR><TD><TABLE BORDER="1" CELLBORDER="0" CELLSPACING="0" CELLPADDING="72" COLOR="#9aa8b8" STYLE="ROUNDED"><TR><TD><FONT POINT-SIZE="99"><B>atomic-waker</B></FONT> <FONT POINT-SIZE="90">1.1.2</FONT></TD></TR></TABLE></TD></TR><TR><TD PORT="p_httparse_v1_10_1"><TABLE BORDER="1" CELLBORDER="0" CELLSPACING="0" CELLPADDING="72" COLOR="#9aa8b8" STYLE="ROUNDED"><TR><TD><FONT POINT-SIZE="99"><B>httparse</B></FONT> <FONT POINT-SIZE="90">1.10.1</FONT></TD></TR></TABLE></TD></TR><TR><TD><TABLE BORDER="1" CELLBORDER="0" CELLSPACING="0" CELLPADDING="72" COLOR="#9aa8b8" STYLE="ROUNDED"><TR><TD><FONT POINT-SIZE="99"><B>httpdate</B></FONT> <FONT POINT-SIZE="90">1.0.3</FONT><BR/><FONT POINT-SIZE="81">/vendor/httpdate-1.0.3</FONT></TD></TR></TABLE></TD></TR><TR><TD><TABLE BORDER="1" CELLBORDER="0" CELLSPACING="0" CELLPADDING="72" COLOR="#9aa8b8" STYLE="ROUNDED"><TR><TD><FONT POINT-SIZE="99"><B>want</B></FONT> <FONT POINT-SIZE="90">0.3.1</FONT><BR/><FONT POINT-SIZE="81">/vendor/want-0.3.1</FONT></TD></TR><TR><TD><TABLE BORDER="0" CELLBORDER="0" CELLSPACING="54" CELLPADDING="0"><TR><TD><TABLE BORDER="1" CELLBORDER="0" CELLSPACING="0" CELLPADDING="72" COLOR="#9aa8b8" STYLE="ROUNDED"><TR><TD><FONT POINT-SIZE="99"><B>try-lock</B></FONT> <FONT POINT-SIZE="90">0.2.5</FONT></TD></TR></TABLE></TD></TR></TABLE></TD></TR></TABLE></TD></TR></TABLE></TD></TR></TABLE>>, fillcolor="#fff0d5", color="#c47a1a", margin="1.17,0.90"];
  n78 [label=<<FONT POINT-SIZE="58"><B>imagesize</B></FONT><BR/><FONT POINT-SIZE="54">0.13.0</FONT><BR/><FONT POINT-SIZE="50">/vendor/imagesize-0.13.0</FONT>>, fillcolor="#fff0d5", color="#c47a1a", margin="0.58,0.45"];
  n79 [label=<<FONT POINT-SIZE="58"><B>inout</B></FONT><BR/><FONT POINT-SIZE="54">0.1.4</FONT>>, fillcolor="#f7f9fb", color="#8b9bb0", margin="0.58,0.45"];
  n80 [label=<<FONT POINT-SIZE="58"><B>itoa</B></FONT><BR/><FONT POINT-SIZE="54">1.0.18</FONT>>, fillcolor="#f7f9fb", color="#8b9bb0", margin="0.58,0.45"];
  n81 [label=<<FONT POINT-SIZE="58"><B>kurbo</B></FONT><BR/><FONT POINT-SIZE="54">0.11.3</FONT><BR/><FONT POINT-SIZE="50">/vendor/kurbo-0.11.3</FONT>>, fillcolor="#fff0d5", color="#c47a1a", margin="0.58,0.45"];
  n82 [label=<<FONT POINT-SIZE="58"><B>lazy_static</B></FONT><BR/><FONT POINT-SIZE="54">1.5.0</FONT><BR/><FONT POINT-SIZE="50">/vendor/lazy_static-1.5.0</FONT>>, fillcolor="#fff0d5", color="#c47a1a", margin="0.58,0.45"];
  n83 [label=<<FONT POINT-SIZE="58"><B>lenient_semver</B></FONT><BR/><FONT POINT-SIZE="54">0.4.2</FONT>>, fillcolor="#f7f9fb", color="#8b9bb0", margin="0.58,0.45"];
  n84 [label=<<FONT POINT-SIZE="58"><B>lenient_semver_parser</B></FONT><BR/><FONT POINT-SIZE="54">0.4.2</FONT>>, fillcolor="#f7f9fb", color="#8b9bb0", margin="0.58,0.45"];
  n85 [label=<<FONT POINT-SIZE="58"><B>lenient_semver_version_builder</B></FONT><BR/><FONT POINT-SIZE="54">0.4.2</FONT>>, fillcolor="#f7f9fb", color="#8b9bb0", margin="0.58,0.45"];
  n86 [label=<<FONT POINT-SIZE="58"><B>libm</B></FONT><BR/><FONT POINT-SIZE="54">0.2.16</FONT>>, fillcolor="#f7f9fb", color="#8b9bb0", margin="0.58,0.45"];
  n87 [label=<<TABLE BORDER="0" CELLBORDER="0" CELLSPACING="0" CELLPADDING="0"><TR><TD><FONT POINT-SIZE="58"><B>lock_api</B></FONT></TD></TR>
<TR><TD><FONT POINT-SIZE="54">0.4.14</FONT></TD></TR><TR><TD><TABLE BORDER="0" CELLBORDER="0" CELLSPACING="27" CELLPADDING="0"><TR><TD><TABLE BORDER="1" CELLBORDER="0" CELLSPACING="0" CELLPADDING="36" COLOR="#9aa8b8" STYLE="ROUNDED"><TR><TD><FONT POINT-SIZE="50"><B>scopeguard</B></FONT> <FONT POINT-SIZE="45">1.2.0</FONT></TD></TR></TABLE></TD></TR></TABLE></TD></TR></TABLE>>, fillcolor="#f7f9fb", color="#8b9bb0", margin="0.58,0.45"];
  n88 [label=<<FONT POINT-SIZE="58"><B>lyon_geom</B></FONT><BR/><FONT POINT-SIZE="54">1.0.19</FONT>>, fillcolor="#f7f9fb", color="#8b9bb0", margin="0.58,0.45"];
  n89 [label=<<FONT POINT-SIZE="58"><B>lyon_path</B></FONT><BR/><FONT POINT-SIZE="54">1.0.19</FONT>>, fillcolor="#f7f9fb", color="#8b9bb0", margin="0.58,0.45"];
  n90 [label=<<TABLE BORDER="0" CELLBORDER="0" CELLSPACING="0" CELLPADDING="0"><TR><TD><FONT POINT-SIZE="58"><B>lyon_tessellation</B></FONT></TD></TR>
<TR><TD><FONT POINT-SIZE="54">1.0.20</FONT></TD></TR><TR><TD><TABLE BORDER="0" CELLBORDER="0" CELLSPACING="27" CELLPADDING="0"><TR><TD><TABLE BORDER="1" CELLBORDER="0" CELLSPACING="0" CELLPADDING="36" COLOR="#9aa8b8" STYLE="ROUNDED"><TR><TD><FONT POINT-SIZE="50"><B>float_next_after</B></FONT> <FONT POINT-SIZE="45">1.0.0</FONT></TD></TR></TABLE></TD></TR></TABLE></TD></TR></TABLE>>, fillcolor="#f7f9fb", color="#8b9bb0", margin="0.58,0.45"];
  n91 [label=<<FONT POINT-SIZE="58"><B>memchr</B></FONT><BR/><FONT POINT-SIZE="54">2.8.2</FONT>>, fillcolor="#f7f9fb", color="#8b9bb0", margin="0.58,0.45"];
  n92 [label=<<TABLE BORDER="0" CELLBORDER="0" CELLSPACING="0" CELLPADDING="0"><TR><TD><FONT POINT-SIZE="58"><B>miniz_oxide</B></FONT></TD></TR>
<TR><TD><FONT POINT-SIZE="54">0.9.1</FONT></TD></TR><TR><TD><TABLE BORDER="0" CELLBORDER="0" CELLSPACING="27" CELLPADDING="0"><TR><TD><TABLE BORDER="1" CELLBORDER="0" CELLSPACING="0" CELLPADDING="36" COLOR="#9aa8b8" STYLE="ROUNDED"><TR><TD><FONT POINT-SIZE="50"><B>adler2</B></FONT> <FONT POINT-SIZE="45">2.0.1</FONT></TD></TR></TABLE></TD></TR></TABLE></TD></TR></TABLE>>, fillcolor="#f7f9fb", color="#8b9bb0", margin="0.58,0.45"];
  n93 [label=<<FONT POINT-SIZE="117"><B>mio</B></FONT><BR/><FONT POINT-SIZE="108">1.2.0</FONT><BR/><FONT POINT-SIZE="99">/vendor/mio-1.2.0</FONT>>, fillcolor="#fff0d5", color="#c47a1a", margin="1.17,0.90"];
  n94 [label=<<FONT POINT-SIZE="58"><B>num-bigint-dig</B></FONT><BR/><FONT POINT-SIZE="54">0.8.6</FONT>>, fillcolor="#f7f9fb", color="#8b9bb0", margin="0.58,0.45"];
  n95 [label=<<FONT POINT-SIZE="58"><B>num-complex</B></FONT><BR/><FONT POINT-SIZE="54">0.4.6</FONT>>, fillcolor="#f7f9fb", color="#8b9bb0", margin="0.58,0.45"];
  n96 [label=<<FONT POINT-SIZE="58"><B>num-derive</B></FONT><BR/><FONT POINT-SIZE="54">0.4.2</FONT><BR/><FONT POINT-SIZE="50">proc-macro</FONT>>, fillcolor="#f7f9fb", color="#8b9bb0", margin="0.58,0.45"];
  n97 [label=<<FONT POINT-SIZE="58"><B>num-integer</B></FONT><BR/><FONT POINT-SIZE="54">0.1.46</FONT>>, fillcolor="#f7f9fb", color="#8b9bb0", margin="0.58,0.45"];
  n98 [label=<<FONT POINT-SIZE="58"><B>num-iter</B></FONT><BR/><FONT POINT-SIZE="54">0.1.45</FONT>>, fillcolor="#f7f9fb", color="#8b9bb0", margin="0.58,0.45"];
  n99 [label=<<FONT POINT-SIZE="58"><B>num-traits</B></FONT><BR/><FONT POINT-SIZE="54">0.2.19</FONT><BR/><FONT POINT-SIZE="50">/vendor/num-traits-0.2.19</FONT>>, fillcolor="#fff0d5", color="#c47a1a", margin="0.58,0.45"];
  n100 [label=<<TABLE BORDER="0" CELLBORDER="0" CELLSPACING="0" CELLPADDING="0"><TR><TD><FONT POINT-SIZE="58"><B>num_enum</B></FONT></TD></TR>
<TR><TD><FONT POINT-SIZE="54">0.7.6</FONT></TD></TR><TR><TD><TABLE BORDER="0" CELLBORDER="0" CELLSPACING="27" CELLPADDING="0"><TR><TD PORT="p_rustversion_v1_0_22"><TABLE BORDER="1" CELLBORDER="0" CELLSPACING="0" CELLPADDING="36" COLOR="#9aa8b8" STYLE="ROUNDED"><TR><TD><FONT POINT-SIZE="50"><B>rustversion</B></FONT> <FONT POINT-SIZE="45">1.0.22</FONT><BR/><FONT POINT-SIZE="40">proc-macro</FONT></TD></TR></TABLE></TD></TR></TABLE></TD></TR></TABLE>>, fillcolor="#f7f9fb", color="#8b9bb0", margin="0.58,0.45"];
  n101 [label=<<FONT POINT-SIZE="58"><B>num_enum_derive</B></FONT><BR/><FONT POINT-SIZE="54">0.7.6</FONT><BR/><FONT POINT-SIZE="50">proc-macro</FONT>>, fillcolor="#f7f9fb", color="#8b9bb0", margin="0.58,0.45"];
  n102 [label=<<FONT POINT-SIZE="58"><B>opaque-debug</B></FONT><BR/><FONT POINT-SIZE="54">0.3.1</FONT>>, fillcolor="#f7f9fb", color="#8b9bb0", margin="0.58,0.45"];
  n103 [label=<<FONT POINT-SIZE="58"><B>ordered-float</B></FONT><BR/><FONT POINT-SIZE="54">5.3.0</FONT>>, fillcolor="#f7f9fb", color="#8b9bb0", margin="0.58,0.45"];
  n104 [label=<<FONT POINT-SIZE="58"><B>p256</B></FONT><BR/><FONT POINT-SIZE="54">0.13.2</FONT>>, fillcolor="#f7f9fb", color="#8b9bb0", margin="0.58,0.45"];
  n105 [label=<<FONT POINT-SIZE="58"><B>p384</B></FONT><BR/><FONT POINT-SIZE="54">0.13.1</FONT>>, fillcolor="#f7f9fb", color="#8b9bb0", margin="0.58,0.45"];
  n106 [label=<<TABLE BORDER="0" CELLBORDER="0" CELLSPACING="0" CELLPADDING="0"><TR><TD><FONT POINT-SIZE="58"><B>parry2d</B></FONT></TD></TR>
<TR><TD><FONT POINT-SIZE="54">0.26.1</FONT></TD></TR><TR><TD><TABLE BORDER="0" CELLBORDER="0" CELLSPACING="27" CELLPADDING="0"><TR><TD><TABLE BORDER="1" CELLBORDER="0" CELLSPACING="0" CELLPADDING="36" COLOR="#9aa8b8" STYLE="ROUNDED"><TR><TD><FONT POINT-SIZE="50"><B>downcast-rs</B></FONT> <FONT POINT-SIZE="45">2.0.2</FONT></TD></TR></TABLE></TD></TR><TR><TD><TABLE BORDER="1" CELLBORDER="0" CELLSPACING="0" CELLPADDING="36" COLOR="#9aa8b8" STYLE="ROUNDED"><TR><TD><FONT POINT-SIZE="50"><B>either</B></FONT> <FONT POINT-SIZE="45">1.16.0</FONT></TD></TR></TABLE></TD></TR><TR><TD PORT="p_foldhash_v0_2_0"><TABLE BORDER="1" CELLBORDER="0" CELLSPACING="0" CELLPADDING="36" COLOR="#9aa8b8" STYLE="ROUNDED"><TR><TD><FONT POINT-SIZE="50"><B>foldhash</B></FONT> <FONT POINT-SIZE="45">0.2.0</FONT></TD></TR></TABLE></TD></TR></TABLE></TD></TR></TABLE>>, fillcolor="#f7f9fb", color="#8b9bb0", margin="0.58,0.45"];
  n107 [label=<<FONT POINT-SIZE="58"><B>paste</B></FONT><BR/><FONT POINT-SIZE="54">1.0.15</FONT><BR/><FONT POINT-SIZE="50">proc-macro</FONT>>, fillcolor="#f7f9fb", color="#8b9bb0", margin="0.58,0.45"];
  n108 [label=<<FONT POINT-SIZE="58"><B>pci_types</B></FONT><BR/><FONT POINT-SIZE="54">0.10.1</FONT>>, fillcolor="#f7f9fb", color="#8b9bb0", margin="0.58,0.45"];
  n109 [label=<<TABLE BORDER="0" CELLBORDER="0" CELLSPACING="0" CELLPADDING="0"><TR><TD><FONT POINT-SIZE="58"><B>pem-rfc7468</B></FONT></TD></TR>
<TR><TD><FONT POINT-SIZE="54">0.7.0</FONT></TD></TR><TR><TD><TABLE BORDER="0" CELLBORDER="0" CELLSPACING="27" CELLPADDING="0"><TR><TD><TABLE BORDER="1" CELLBORDER="0" CELLSPACING="0" CELLPADDING="36" COLOR="#9aa8b8" STYLE="ROUNDED"><TR><TD><FONT POINT-SIZE="50"><B>base64ct</B></FONT> <FONT POINT-SIZE="45">1.8.3</FONT></TD></TR></TABLE></TD></TR></TABLE></TD></TR></TABLE>>, fillcolor="#f7f9fb", color="#8b9bb0", margin="0.58,0.45"];
  n110 [label=<<FONT POINT-SIZE="58"><B>pin-project-lite</B></FONT><BR/><FONT POINT-SIZE="54">0.2.17</FONT>>, fillcolor="#f7f9fb", color="#8b9bb0", margin="0.58,0.45"];
  n111 [label=<<FONT POINT-SIZE="58"><B>pkcs1</B></FONT><BR/><FONT POINT-SIZE="54">0.7.5</FONT>>, fillcolor="#f7f9fb", color="#8b9bb0", margin="0.58,0.45"];
  n112 [label=<<FONT POINT-SIZE="58"><B>pkcs5</B></FONT><BR/><FONT POINT-SIZE="54">0.7.1</FONT>>, fillcolor="#f7f9fb", color="#8b9bb0", margin="0.58,0.45"];
  n113 [label=<<FONT POINT-SIZE="58"><B>pkcs8</B></FONT><BR/><FONT POINT-SIZE="54">0.10.2</FONT>>, fillcolor="#f7f9fb", color="#8b9bb0", margin="0.58,0.45"];
  n114 [label=<<TABLE BORDER="0" CELLBORDER="0" CELLSPACING="0" CELLPADDING="0"><TR><TD><FONT POINT-SIZE="58"><B>png</B></FONT></TD></TR>
<TR><TD><FONT POINT-SIZE="54">0.18.1</FONT></TD></TR>
<TR><TD><FONT POINT-SIZE="50">/vendor/png-0.18.1</FONT></TD></TR><TR><TD><TABLE BORDER="0" CELLBORDER="0" CELLSPACING="27" CELLPADDING="0"><TR><TD><TABLE BORDER="1" CELLBORDER="0" CELLSPACING="0" CELLPADDING="36" COLOR="#9aa8b8" STYLE="ROUNDED"><TR><TD><FONT POINT-SIZE="50"><B>fdeflate</B></FONT> <FONT POINT-SIZE="45">0.3.7</FONT><BR/><FONT POINT-SIZE="40">/vendor/fdeflate-0.3.7</FONT></TD></TR><TR><TD><TABLE BORDER="0" CELLBORDER="0" CELLSPACING="27" CELLPADDING="0"><TR><TD><TABLE BORDER="1" CELLBORDER="0" CELLSPACING="0" CELLPADDING="36" COLOR="#9aa8b8" STYLE="ROUNDED"><TR><TD><FONT POINT-SIZE="50"><B>simd-adler32</B></FONT> <FONT POINT-SIZE="45">0.3.8</FONT><BR/><FONT POINT-SIZE="40">/vendor/simd-adler32-0.3.8</FONT></TD></TR></TABLE></TD></TR></TABLE></TD></TR></TABLE></TD></TR></TABLE></TD></TR></TABLE>>, fillcolor="#fff0d5", color="#c47a1a", margin="0.58,0.45"];
  n115 [label=<<FONT POINT-SIZE="58"><B>poly1305</B></FONT><BR/><FONT POINT-SIZE="54">0.8.0</FONT>>, fillcolor="#f7f9fb", color="#8b9bb0", margin="0.58,0.45"];
  n116 [label=<<FONT POINT-SIZE="58"><B>polyval</B></FONT><BR/><FONT POINT-SIZE="54">0.6.2</FONT>>, fillcolor="#f7f9fb", color="#8b9bb0", margin="0.58,0.45"];
  n117 [label=<<FONT POINT-SIZE="58"><B>primeorder</B></FONT><BR/><FONT POINT-SIZE="54">0.13.6</FONT>>, fillcolor="#f7f9fb", color="#8b9bb0", margin="0.58,0.45"];
  n118 [label=<<FONT POINT-SIZE="58"><B>proc-macro2</B></FONT><BR/><FONT POINT-SIZE="54">1.0.106</FONT>>, fillcolor="#f7f9fb", color="#8b9bb0", margin="0.58,0.45"];
  n119 [label=<<FONT POINT-SIZE="58"><B>pure_vorbis</B></FONT><BR/><FONT POINT-SIZE="54">0.0.1</FONT><BR/><FONT POINT-SIZE="50">/vendor/pure_vorbis-0.0.1</FONT>>, fillcolor="#fff0d5", color="#c47a1a", margin="0.58,0.45"];
  n120 [label=<<FONT POINT-SIZE="58"><B>quote</B></FONT><BR/><FONT POINT-SIZE="54">1.0.46</FONT>>, fillcolor="#f7f9fb", color="#8b9bb0", margin="0.58,0.45"];
  n121 [label=<<FONT POINT-SIZE="58"><B>rand</B></FONT><BR/><FONT POINT-SIZE="54">0.8.6</FONT><BR/><FONT POINT-SIZE="50">/vendor/rand-0.8.6</FONT>>, fillcolor="#fff0d5", color="#c47a1a", margin="0.58,0.45"];
  n122 [label=<<TABLE BORDER="0" CELLBORDER="0" CELLSPACING="0" CELLPADDING="0"><TR><TD><FONT POINT-SIZE="58"><B>rand_chacha</B></FONT></TD></TR>
<TR><TD><FONT POINT-SIZE="54">0.3.1</FONT></TD></TR><TR><TD><TABLE BORDER="0" CELLBORDER="0" CELLSPACING="27" CELLPADDING="0"><TR><TD><TABLE BORDER="1" CELLBORDER="0" CELLSPACING="0" CELLPADDING="36" COLOR="#9aa8b8" STYLE="ROUNDED"><TR><TD><FONT POINT-SIZE="50"><B>ppv-lite86</B></FONT> <FONT POINT-SIZE="45">0.2.21</FONT></TD></TR><TR><TD><TABLE BORDER="0" CELLBORDER="0" CELLSPACING="27" CELLPADDING="0"><TR><TD><TABLE BORDER="1" CELLBORDER="0" CELLSPACING="0" CELLPADDING="36" COLOR="#9aa8b8" STYLE="ROUNDED"><TR><TD><FONT POINT-SIZE="50"><B>zerocopy</B></FONT> <FONT POINT-SIZE="45">0.8.52</FONT></TD></TR></TABLE></TD></TR></TABLE></TD></TR></TABLE></TD></TR></TABLE></TD></TR></TABLE>>, fillcolor="#f7f9fb", color="#8b9bb0", margin="0.58,0.45"];
  n123 [label=<<FONT POINT-SIZE="58"><B>rand_core</B></FONT><BR/><FONT POINT-SIZE="54">0.6.4</FONT>>, fillcolor="#f7f9fb", color="#8b9bb0", margin="0.58,0.45"];
  n124 [label=<<FONT POINT-SIZE="58"><B>raw-cpuid</B></FONT><BR/><FONT POINT-SIZE="54">11.6.0</FONT>>, fillcolor="#f7f9fb", color="#8b9bb0", margin="0.58,0.45"];
  n125 [label=<<FONT POINT-SIZE="58"><B>rdrand</B></FONT><BR/><FONT POINT-SIZE="54">0.8.3</FONT>>, fillcolor="#f7f9fb", color="#8b9bb0", margin="0.58,0.45"];
  n126 [label=<<TABLE BORDER="0" CELLBORDER="0" CELLSPACING="0" CELLPADDING="0"><TR><TD><FONT POINT-SIZE="58"><B>regex-automata</B></FONT></TD></TR>
<TR><TD><FONT POINT-SIZE="54">0.4.14</FONT></TD></TR><TR><TD><TABLE BORDER="0" CELLBORDER="0" CELLSPACING="27" CELLPADDING="0"><TR><TD><TABLE BORDER="1" CELLBORDER="0" CELLSPACING="0" CELLPADDING="36" COLOR="#9aa8b8" STYLE="ROUNDED"><TR><TD><FONT POINT-SIZE="50"><B>regex-syntax</B></FONT> <FONT POINT-SIZE="45">0.8.11</FONT></TD></TR></TABLE></TD></TR></TABLE></TD></TR></TABLE>>, fillcolor="#f7f9fb", color="#8b9bb0", margin="0.58,0.45"];
  n127 [label=<<FONT POINT-SIZE="58"><B>rfc6979</B></FONT><BR/><FONT POINT-SIZE="54">0.4.0</FONT>>, fillcolor="#f7f9fb", color="#8b9bb0", margin="0.58,0.45"];
  n128 [label=<<FONT POINT-SIZE="58"><B>rsa</B></FONT><BR/><FONT POINT-SIZE="54">0.9.10</FONT>>, fillcolor="#f7f9fb", color="#8b9bb0", margin="0.58,0.45"];
  n129 [label=<<FONT POINT-SIZE="58"><B>rustc_version</B></FONT><BR/><FONT POINT-SIZE="54">0.4.1</FONT>>, fillcolor="#f7f9fb", color="#8b9bb0", margin="0.58,0.45"];
  n130 [label=<<TABLE BORDER="0" CELLBORDER="0" CELLSPACING="0" CELLPADDING="0"><TR><TD><FONT POINT-SIZE="58"><B>rustls</B></FONT></TD></TR>
<TR><TD><FONT POINT-SIZE="54">0.23.41</FONT></TD></TR><TR><TD><TABLE BORDER="0" CELLBORDER="0" CELLSPACING="27" CELLPADDING="0"><TR><TD PORT="p_once_cell_v1_21_4"><TABLE BORDER="1" CELLBORDER="0" CELLSPACING="0" CELLPADDING="36" COLOR="#9aa8b8" STYLE="ROUNDED"><TR><TD><FONT POINT-SIZE="50"><B>once_cell</B></FONT> <FONT POINT-SIZE="45">1.21.4</FONT></TD></TR></TABLE></TD></TR></TABLE></TD></TR></TABLE>>, fillcolor="#f7f9fb", color="#8b9bb0", margin="0.58,0.45"];
  n131 [label=<<FONT POINT-SIZE="58"><B>rustls-pki-types</B></FONT><BR/><FONT POINT-SIZE="54">1.14.1</FONT>>, fillcolor="#f7f9fb", color="#8b9bb0", margin="0.58,0.45"];
  n132 [label=<<FONT POINT-SIZE="117"><B>rustls-rustcrypto</B></FONT><BR/><FONT POINT-SIZE="108">0.0.2-alpha</FONT><BR/><FONT POINT-SIZE="99">/vendor/rustls-rustcrypto-0.0.2-alpha</FONT>>, fillcolor="#fff0d5", color="#c47a1a", margin="1.17,0.90"];
  n133 [label=<<TABLE BORDER="0" CELLBORDER="0" CELLSPACING="0" CELLPADDING="0"><TR><TD><FONT POINT-SIZE="58"><B>rustls-webpki</B></FONT></TD></TR>
<TR><TD><FONT POINT-SIZE="54">0.103.13</FONT></TD></TR><TR><TD><TABLE BORDER="0" CELLBORDER="0" CELLSPACING="27" CELLPADDING="0"><TR><TD><TABLE BORDER="1" CELLBORDER="0" CELLSPACING="0" CELLPADDING="36" COLOR="#9aa8b8" STYLE="ROUNDED"><TR><TD><FONT POINT-SIZE="50"><B>untrusted</B></FONT> <FONT POINT-SIZE="45">0.9.0</FONT></TD></TR></TABLE></TD></TR></TABLE></TD></TR></TABLE>>, fillcolor="#f7f9fb", color="#8b9bb0", margin="0.58,0.45"];
  n134 [label=<<FONT POINT-SIZE="58"><B>sec1</B></FONT><BR/><FONT POINT-SIZE="54">0.7.3</FONT>>, fillcolor="#f7f9fb", color="#8b9bb0", margin="0.58,0.45"];
  n135 [label=<<FONT POINT-SIZE="58"><B>semver</B></FONT><BR/><FONT POINT-SIZE="54">1.0.28</FONT>>, fillcolor="#f7f9fb", color="#8b9bb0", margin="0.58,0.45"];
  n136 [label=<<TABLE BORDER="0" CELLBORDER="0" CELLSPACING="0" CELLPADDING="0"><TR><TD><FONT POINT-SIZE="58"><B>serde</B></FONT></TD></TR>
<TR><TD><FONT POINT-SIZE="54">1.0.228</FONT></TD></TR><TR><TD><TABLE BORDER="0" CELLBORDER="0" CELLSPACING="27" CELLPADDING="0"><TR><TD PORT="p_serde_core_v1_0_228"><TABLE BORDER="1" CELLBORDER="0" CELLSPACING="0" CELLPADDING="36" COLOR="#9aa8b8" STYLE="ROUNDED"><TR><TD><FONT POINT-SIZE="50"><B>serde_core</B></FONT> <FONT POINT-SIZE="45">1.0.228</FONT></TD></TR></TABLE></TD></TR></TABLE></TD></TR></TABLE>>, fillcolor="#f7f9fb", color="#8b9bb0", margin="0.58,0.45"];
  n137 [label=<<FONT POINT-SIZE="58"><B>serde_derive</B></FONT><BR/><FONT POINT-SIZE="54">1.0.228</FONT><BR/><FONT POINT-SIZE="50">proc-macro</FONT>>, fillcolor="#f7f9fb", color="#8b9bb0", margin="0.58,0.45"];
  n138 [label=<<TABLE BORDER="0" CELLBORDER="0" CELLSPACING="0" CELLPADDING="0"><TR><TD><FONT POINT-SIZE="58"><B>serde_json</B></FONT></TD></TR>
<TR><TD><FONT POINT-SIZE="54">1.0.150</FONT></TD></TR><TR><TD><TABLE BORDER="0" CELLBORDER="0" CELLSPACING="27" CELLPADDING="0"><TR><TD PORT="p_serde_core_v1_0_228"><TABLE BORDER="1" CELLBORDER="0" CELLSPACING="0" CELLPADDING="36" COLOR="#9aa8b8" STYLE="ROUNDED"><TR><TD><FONT POINT-SIZE="50"><B>serde_core</B></FONT> <FONT POINT-SIZE="45">1.0.228</FONT></TD></TR></TABLE></TD></TR><TR><TD><TABLE BORDER="1" CELLBORDER="0" CELLSPACING="0" CELLPADDING="36" COLOR="#9aa8b8" STYLE="ROUNDED"><TR><TD><FONT POINT-SIZE="50"><B>zmij</B></FONT> <FONT POINT-SIZE="45">1.0.21</FONT></TD></TR></TABLE></TD></TR></TABLE></TD></TR></TABLE>>, fillcolor="#f7f9fb", color="#8b9bb0", margin="0.58,0.45"];
  n139 [label=<<FONT POINT-SIZE="58"><B>sha1</B></FONT><BR/><FONT POINT-SIZE="54">0.10.6</FONT>>, fillcolor="#f7f9fb", color="#8b9bb0", margin="0.58,0.45"];
  n140 [label=<<FONT POINT-SIZE="58"><B>sha2</B></FONT><BR/><FONT POINT-SIZE="54">0.10.9</FONT>>, fillcolor="#f7f9fb", color="#8b9bb0", margin="0.58,0.45"];
  n141 [label=<<FONT POINT-SIZE="58"><B>signature</B></FONT><BR/><FONT POINT-SIZE="54">2.2.0</FONT>>, fillcolor="#f7f9fb", color="#8b9bb0", margin="0.58,0.45"];
  n142 [label=<<FONT POINT-SIZE="58"><B>simba</B></FONT><BR/><FONT POINT-SIZE="54">0.9.1</FONT>>, fillcolor="#f7f9fb", color="#8b9bb0", margin="0.58,0.45"];
  n143 [label=<<FONT POINT-SIZE="58"><B>smallvec</B></FONT><BR/><FONT POINT-SIZE="54">1.15.2</FONT>>, fillcolor="#f7f9fb", color="#8b9bb0", margin="0.58,0.45"];
  n144 [label=<<TABLE BORDER="0" CELLBORDER="0" CELLSPACING="0" CELLPADDING="0"><TR><TD><FONT POINT-SIZE="58"><B>smoltcp</B></FONT></TD></TR>
<TR><TD><FONT POINT-SIZE="54">0.13.1</FONT></TD></TR>
<TR><TD><FONT POINT-SIZE="50">/vendor/smoltcp-0.13.1</FONT></TD></TR><TR><TD><TABLE BORDER="0" CELLBORDER="0" CELLSPACING="27" CELLPADDING="0"><TR><TD><TABLE BORDER="1" CELLBORDER="0" CELLSPACING="0" CELLPADDING="36" COLOR="#9aa8b8" STYLE="ROUNDED"><TR><TD><FONT POINT-SIZE="50"><B>managed</B></FONT> <FONT POINT-SIZE="45">0.8.0</FONT></TD></TR></TABLE></TD></TR></TABLE></TD></TR></TABLE>>, fillcolor="#fff0d5", color="#c47a1a", margin="0.58,0.45"];
  n145 [label=<<FONT POINT-SIZE="117"><B>socket2</B></FONT><BR/><FONT POINT-SIZE="108">0.6.3</FONT><BR/><FONT POINT-SIZE="99">/vendor/socket2-0.6.3</FONT>>, fillcolor="#fff0d5", color="#c47a1a", margin="1.17,0.90"];
  n146 [label=<<FONT POINT-SIZE="58"><B>spin</B></FONT><BR/><FONT POINT-SIZE="54">0.10.0</FONT>>, fillcolor="#f7f9fb", color="#8b9bb0", margin="0.58,0.45"];
  n147 [label=<<FONT POINT-SIZE="58"><B>spinning_top</B></FONT><BR/><FONT POINT-SIZE="54">0.3.0</FONT>>, fillcolor="#f7f9fb", color="#8b9bb0", margin="0.58,0.45"];
  n148 [label=<<FONT POINT-SIZE="58"><B>spki</B></FONT><BR/><FONT POINT-SIZE="54">0.7.3</FONT>>, fillcolor="#f7f9fb", color="#8b9bb0", margin="0.58,0.45"];
  n149 [label=<<FONT POINT-SIZE="58"><B>subtle</B></FONT><BR/><FONT POINT-SIZE="54">2.6.1</FONT>>, fillcolor="#f7f9fb", color="#8b9bb0", margin="0.58,0.45"];
  n150 [label=<<FONT POINT-SIZE="58"><B>svgtypes</B></FONT><BR/><FONT POINT-SIZE="54">0.15.3</FONT><BR/><FONT POINT-SIZE="50">/vendor/svgtypes-0.15.3</FONT>>, fillcolor="#fff0d5", color="#c47a1a", margin="0.58,0.45"];
  n151 [label=<<FONT POINT-SIZE="58"><B>symphonia-codec-aac</B></FONT><BR/><FONT POINT-SIZE="54">0.5.5</FONT><BR/><FONT POINT-SIZE="50">/vendor/symphonia-codec-aac-0.5.5-trueos</FONT>>, fillcolor="#fff0d5", color="#c47a1a", margin="0.58,0.45"];
  n152 [label=<<TABLE BORDER="0" CELLBORDER="0" CELLSPACING="0" CELLPADDING="0"><TR><TD><FONT POINT-SIZE="58"><B>symphonia-core</B></FONT></TD></TR>
<TR><TD><FONT POINT-SIZE="54">0.5.5</FONT></TD></TR>
<TR><TD><FONT POINT-SIZE="50">/vendor/symphonia-core-0.5.5-trueos</FONT></TD></TR><TR><TD><TABLE BORDER="0" CELLBORDER="0" CELLSPACING="27" CELLPADDING="0"><TR><TD PORT="p_bytemuck_v1_25_0"><TABLE BORDER="1" CELLBORDER="0" CELLSPACING="0" CELLPADDING="36" COLOR="#9aa8b8" STYLE="ROUNDED"><TR><TD><FONT POINT-SIZE="50"><B>bytemuck</B></FONT> <FONT POINT-SIZE="45">1.25.0</FONT></TD></TR></TABLE></TD></TR></TABLE></TD></TR></TABLE>>, fillcolor="#fff0d5", color="#c47a1a", margin="0.58,0.45"];
  n153 [label=<<FONT POINT-SIZE="58"><B>syn</B></FONT><BR/><FONT POINT-SIZE="54">2.0.118</FONT>>, fillcolor="#f7f9fb", color="#8b9bb0", margin="0.58,0.45"];
  n154 [label=<<FONT POINT-SIZE="58"><B>thiserror</B></FONT><BR/><FONT POINT-SIZE="54">2.0.18</FONT>>, fillcolor="#f7f9fb", color="#8b9bb0", margin="0.58,0.45"];
  n155 [label=<<FONT POINT-SIZE="58"><B>thiserror-impl</B></FONT><BR/><FONT POINT-SIZE="54">2.0.18</FONT><BR/><FONT POINT-SIZE="50">proc-macro</FONT>>, fillcolor="#f7f9fb", color="#8b9bb0", margin="0.58,0.45"];
  n156 [label=<<TABLE BORDER="0" CELLBORDER="0" CELLSPACING="0" CELLPADDING="0"><TR><TD><FONT POINT-SIZE="58"><B>tiny-skia-path</B></FONT></TD></TR>
<TR><TD><FONT POINT-SIZE="54">0.11.4</FONT></TD></TR><TR><TD><TABLE BORDER="0" CELLBORDER="0" CELLSPACING="27" CELLPADDING="0"><TR><TD><TABLE BORDER="1" CELLBORDER="0" CELLSPACING="0" CELLPADDING="36" COLOR="#9aa8b8" STYLE="ROUNDED"><TR><TD><FONT POINT-SIZE="50"><B>arrayref</B></FONT> <FONT POINT-SIZE="45">0.3.9</FONT></TD></TR></TABLE></TD></TR><TR><TD PORT="p_bytemuck_v1_25_0"><TABLE BORDER="1" CELLBORDER="0" CELLSPACING="0" CELLPADDING="36" COLOR="#9aa8b8" STYLE="ROUNDED"><TR><TD><FONT POINT-SIZE="50"><B>bytemuck</B></FONT> <FONT POINT-SIZE="45">1.25.0</FONT></TD></TR></TABLE></TD></TR></TABLE></TD></TR></TABLE>>, fillcolor="#f7f9fb", color="#8b9bb0", margin="0.58,0.45"];
  n157 [label=<<TABLE BORDER="0" CELLBORDER="0" CELLSPACING="0" CELLPADDING="0"><TR><TD><FONT POINT-SIZE="117"><B>tower</B></FONT></TD></TR>
<TR><TD><FONT POINT-SIZE="108">0.5.3</FONT></TD></TR>
<TR><TD><FONT POINT-SIZE="99">/vendor/tower-0.5.3</FONT></TD></TR><TR><TD><TABLE BORDER="0" CELLBORDER="0" CELLSPACING="54" CELLPADDING="0"><TR><TD><TABLE BORDER="1" CELLBORDER="0" CELLSPACING="0" CELLPADDING="72" COLOR="#9aa8b8" STYLE="ROUNDED"><TR><TD><FONT POINT-SIZE="99"><B>sync_wrapper</B></FONT> <FONT POINT-SIZE="90">1.0.2</FONT></TD></TR></TABLE></TD></TR><TR><TD><TABLE BORDER="1" CELLBORDER="0" CELLSPACING="0" CELLPADDING="72" COLOR="#9aa8b8" STYLE="ROUNDED"><TR><TD><FONT POINT-SIZE="99"><B>tower-layer</B></FONT> <FONT POINT-SIZE="90">0.3.3</FONT><BR/><FONT POINT-SIZE="81">/vendor/tower-layer-0.3.3</FONT></TD></TR></TABLE></TD></TR><TR><TD><TABLE BORDER="1" CELLBORDER="0" CELLSPACING="0" CELLPADDING="72" COLOR="#9aa8b8" STYLE="ROUNDED"><TR><TD><FONT POINT-SIZE="99"><B>tower-service</B></FONT> <FONT POINT-SIZE="90">0.3.3</FONT><BR/><FONT POINT-SIZE="81">/vendor/tower-service-0.3.3</FONT></TD></TR></TABLE></TD></TR></TABLE></TD></TR></TABLE>>, fillcolor="#fff0d5", color="#c47a1a", margin="1.17,0.90"];
  n158 [label=<<FONT POINT-SIZE="58"><B>trait-ffi</B></FONT><BR/><FONT POINT-SIZE="54">0.2.11</FONT><BR/><FONT POINT-SIZE="50">proc-macro</FONT><BR/><FONT POINT-SIZE="50">#d445a016</FONT>>, fillcolor="#f0e6ff", color="#8656c9", margin="0.58,0.45"];
  n159 [label=<<FONT POINT-SIZE="58"><B>trueos-esp</B></FONT><BR/><FONT POINT-SIZE="54">0.1.0</FONT><BR/><FONT POINT-SIZE="50">/crates/trueos-esp</FONT>>, fillcolor="#e7f7e7", color="#3f8f46", margin="0.58,0.45"];
  n160 [label=<<FONT POINT-SIZE="58"><B>trueos-io</B></FONT><BR/><FONT POINT-SIZE="54">0.1.0</FONT><BR/><FONT POINT-SIZE="50">/crates/trueos-io</FONT>>, fillcolor="#e7f7e7", color="#3f8f46", margin="0.58,0.45"];
  n161 [label=<<FONT POINT-SIZE="58"><B>trueos-lsd</B></FONT><BR/><FONT POINT-SIZE="54">1.1.5</FONT><BR/><FONT POINT-SIZE="50">/crates/trueos-lsd</FONT>>, fillcolor="#e7f7e7", color="#3f8f46", margin="0.58,0.45"];
  n162 [label=<<FONT POINT-SIZE="58"><B>trueos-math</B></FONT><BR/><FONT POINT-SIZE="54">0.1.0</FONT><BR/><FONT POINT-SIZE="50">/crates/trueos-math</FONT>>, fillcolor="#e7f7e7", color="#3f8f46", margin="0.58,0.45"];
  n163 [label=<<TABLE BORDER="0" CELLBORDER="0" CELLSPACING="0" CELLPADDING="0"><TR><TD><FONT POINT-SIZE="58"><B>trueos-qjs</B></FONT></TD></TR>
<TR><TD><FONT POINT-SIZE="54">0.1.0</FONT></TD></TR>
<TR><TD><FONT POINT-SIZE="50">/crates/trueos-qjs</FONT></TD></TR><TR><TD><TABLE BORDER="0" CELLBORDER="0" CELLSPACING="27" CELLPADDING="0"><TR><TD><TABLE BORDER="1" CELLBORDER="0" CELLSPACING="0" CELLPADDING="36" COLOR="#9aa8b8" STYLE="ROUNDED"><TR><TD><FONT POINT-SIZE="50"><B>cc</B></FONT> <FONT POINT-SIZE="45">1.2.65</FONT></TD></TR><TR><TD><TABLE BORDER="0" CELLBORDER="0" CELLSPACING="27" CELLPADDING="0"><TR><TD><TABLE BORDER="1" CELLBORDER="0" CELLSPACING="0" CELLPADDING="36" COLOR="#9aa8b8" STYLE="ROUNDED"><TR><TD><FONT POINT-SIZE="50"><B>find-msvc-tools</B></FONT> <FONT POINT-SIZE="45">0.1.9</FONT></TD></TR></TABLE></TD></TR><TR><TD><TABLE BORDER="1" CELLBORDER="0" CELLSPACING="0" CELLPADDING="36" COLOR="#9aa8b8" STYLE="ROUNDED"><TR><TD><FONT POINT-SIZE="50"><B>shlex</B></FONT> <FONT POINT-SIZE="45">2.0.1</FONT></TD></TR></TABLE></TD></TR></TABLE></TD></TR></TABLE></TD></TR></TABLE></TD></TR></TABLE>>, fillcolor="#e7f7e7", color="#3f8f46", margin="0.58,0.45"];
  n164 [label=<<FONT POINT-SIZE="58"><B>trueos-vm</B></FONT><BR/><FONT POINT-SIZE="54">0.1.0</FONT><BR/><FONT POINT-SIZE="50">/crates/trueos-vm</FONT>>, fillcolor="#e7f7e7", color="#3f8f46", margin="0.58,0.45"];
  n165 [label=<<FONT POINT-SIZE="58"><B>universal-hash</B></FONT><BR/><FONT POINT-SIZE="54">0.5.1</FONT>>, fillcolor="#f7f9fb", color="#8b9bb0", margin="0.58,0.45"];
  n166 [label=<<FONT POINT-SIZE="58"><B>usb-if</B></FONT><BR/><FONT POINT-SIZE="54">0.7.0</FONT><BR/><FONT POINT-SIZE="50">/vendor/CrabUSB/usb-if</FONT>>, fillcolor="#fff0d5", color="#c47a1a", margin="0.58,0.45"];
  n167 [label=<<TABLE BORDER="0" CELLBORDER="0" CELLSPACING="0" CELLPADDING="0"><TR><TD><FONT POINT-SIZE="58"><B>usvg</B></FONT></TD></TR>
<TR><TD><FONT POINT-SIZE="54">0.45.1</FONT></TD></TR>
<TR><TD><FONT POINT-SIZE="50">/vendor/usvg-0.45.1</FONT></TD></TR><TR><TD><TABLE BORDER="0" CELLBORDER="0" CELLSPACING="27" CELLPADDING="0"><TR><TD><TABLE BORDER="1" CELLBORDER="0" CELLSPACING="0" CELLPADDING="36" COLOR="#9aa8b8" STYLE="ROUNDED"><TR><TD><FONT POINT-SIZE="50"><B>data-url</B></FONT> <FONT POINT-SIZE="45">0.3.2</FONT></TD></TR></TABLE></TD></TR><TR><TD><TABLE BORDER="1" CELLBORDER="0" CELLSPACING="0" CELLPADDING="36" COLOR="#9aa8b8" STYLE="ROUNDED"><TR><TD><FONT POINT-SIZE="50"><B>roxmltree</B></FONT> <FONT POINT-SIZE="45">0.20.0</FONT></TD></TR></TABLE></TD></TR><TR><TD><TABLE BORDER="1" CELLBORDER="0" CELLSPACING="0" CELLPADDING="36" COLOR="#9aa8b8" STYLE="ROUNDED"><TR><TD><FONT POINT-SIZE="50"><B>simplecss</B></FONT> <FONT POINT-SIZE="45">0.2.2</FONT></TD></TR></TABLE></TD></TR><TR><TD><TABLE BORDER="1" CELLBORDER="0" CELLSPACING="0" CELLPADDING="36" COLOR="#9aa8b8" STYLE="ROUNDED"><TR><TD><FONT POINT-SIZE="50"><B>xmlwriter</B></FONT> <FONT POINT-SIZE="45">0.1.0</FONT><BR/><FONT POINT-SIZE="40">/vendor/xmlwriter-0.1.0</FONT></TD></TR></TABLE></TD></TR></TABLE></TD></TR></TABLE>>, fillcolor="#fff0d5", color="#c47a1a", margin="0.58,0.45"];
  n168 [label=<<FONT POINT-SIZE="58"><B>v</B></FONT><BR/><FONT POINT-SIZE="54">0.1.0</FONT><BR/><FONT POINT-SIZE="50">/crates/trueos-v</FONT>>, fillcolor="#e7f7e7", color="#3f8f46", margin="0.58,0.45"];
  n169 [label=<<FONT POINT-SIZE="58"><B>webpki-roots</B></FONT><BR/><FONT POINT-SIZE="54">1.0.8</FONT>>, fillcolor="#f7f9fb", color="#8b9bb0", margin="0.58,0.45"];
  n170 [label=<<FONT POINT-SIZE="58"><B>x25519-dalek</B></FONT><BR/><FONT POINT-SIZE="54">2.0.1</FONT>>, fillcolor="#f7f9fb", color="#8b9bb0", margin="0.58,0.45"];
  n171 [label=<<TABLE BORDER="0" CELLBORDER="0" CELLSPACING="0" CELLPADDING="0"><TR><TD><FONT POINT-SIZE="58"><B>x86_64</B></FONT></TD></TR>
<TR><TD><FONT POINT-SIZE="54">0.15.4</FONT></TD></TR><TR><TD><TABLE BORDER="0" CELLBORDER="0" CELLSPACING="27" CELLPADDING="0"><TR><TD><TABLE BORDER="1" CELLBORDER="0" CELLSPACING="0" CELLPADDING="36" COLOR="#9aa8b8" STYLE="ROUNDED"><TR><TD><FONT POINT-SIZE="50"><B>const_fn</B></FONT> <FONT POINT-SIZE="45">0.4.12</FONT><BR/><FONT POINT-SIZE="40">proc-macro</FONT></TD></TR></TABLE></TD></TR><TR><TD PORT="p_rustversion_v1_0_22"><TABLE BORDER="1" CELLBORDER="0" CELLSPACING="0" CELLPADDING="36" COLOR="#9aa8b8" STYLE="ROUNDED"><TR><TD><FONT POINT-SIZE="50"><B>rustversion</B></FONT> <FONT POINT-SIZE="45">1.0.22</FONT><BR/><FONT POINT-SIZE="40">proc-macro</FONT></TD></TR></TABLE></TD></TR><TR><TD><TABLE BORDER="1" CELLBORDER="0" CELLSPACING="0" CELLPADDING="36" COLOR="#9aa8b8" STYLE="ROUNDED"><TR><TD><FONT POINT-SIZE="50"><B>volatile</B></FONT> <FONT POINT-SIZE="45">0.4.6</FONT></TD></TR></TABLE></TD></TR></TABLE></TD></TR></TABLE>>, fillcolor="#f7f9fb", color="#8b9bb0", margin="0.58,0.45"];
  n172 [label=<<TABLE BORDER="0" CELLBORDER="0" CELLSPACING="0" CELLPADDING="0"><TR><TD><FONT POINT-SIZE="58"><B>xhci</B></FONT></TD></TR>
<TR><TD><FONT POINT-SIZE="54">0.9.2</FONT></TD></TR>
<TR><TD><FONT POINT-SIZE="50">/vendor/xhci-0.9.2</FONT></TD></TR><TR><TD><TABLE BORDER="0" CELLBORDER="0" CELLSPACING="27" CELLPADDING="0"><TR><TD><TABLE BORDER="1" CELLBORDER="0" CELLSPACING="0" CELLPADDING="36" COLOR="#9aa8b8" STYLE="ROUNDED"><TR><TD><FONT POINT-SIZE="50"><B>accessor</B></FONT> <FONT POINT-SIZE="45">0.3.3</FONT></TD></TR></TABLE></TD></TR></TABLE></TD></TR></TABLE>>, fillcolor="#fff0d5", color="#c47a1a", margin="0.58,0.45"];
  n173 [label=<<FONT POINT-SIZE="58"><B>zeroize</B></FONT><BR/><FONT POINT-SIZE="54">1.9.0</FONT>>, fillcolor="#f7f9fb", color="#8b9bb0", margin="0.58,0.45"];
  n174 [label=<<FONT POINT-SIZE="58"><B>zeroize_derive</B></FONT><BR/><FONT POINT-SIZE="54">1.5.0</FONT><BR/><FONT POINT-SIZE="50">proc-macro</FONT>>, fillcolor="#f7f9fb", color="#8b9bb0", margin="0.58,0.45"];
  n175 [label=<<FONT POINT-SIZE="58"><B>zune-jpeg</B></FONT><BR/><FONT POINT-SIZE="54">0.5.15</FONT><BR/><FONT POINT-SIZE="50">/vendor/zune-jpeg-0.5.15</FONT>>, fillcolor="#fff0d5", color="#c47a1a", margin="0.58,0.45"];
-   n0 -> n1;
+   n0 -> n1 [style=invis, constraint=false];
  n0 -> n3;
-   n0 -> n5;
-   n0 -> n6;
+   n0 -> n5 [style=invis, constraint=false];
+   n0 -> n6 [style=invis, constraint=false];
  n0 -> n9;
  n0 -> n15;
  n0 -> n22 [constraint=false, tailport=w, headport=e];
-   n0 -> n24;
+   n0 -> n24 [style=invis, constraint=false];
  n0 -> n25;
  n0 -> n33;
  n0 -> n43;
  n0 -> n49;
  n0 -> n51;
  n0 -> n52;
  n0 -> n53;
  n0 -> n54;
-   n0 -> n55;
+   n0 -> n55 [style=invis, constraint=false];
  n0 -> n57;
  n0 -> n65;
  n0 -> n71;
  n0 -> n72;
  n0 -> n74;
-   n0 -> n77;
+   n0 -> n77 [style=invis, constraint=false];
  n0 -> n81;
  n0 -> n86;
  n0 -> n88;
-   n0 -> n90;
+   n0 -> n90 [style=invis, constraint=false];
  n0 -> n91 [constraint=false, tailport=w, headport=e];
  n0 -> n92;
-   n0 -> n93 [constraint=false, tailport=w, headport=e];
+   n0 -> n93 [style=invis, constraint=false];
  n0 -> n106;
-   n0 -> n114;
+   n0 -> n114 [style=invis, constraint=false];
  n0 -> n119 [style=invis, constraint=false];
  n0 -> n122;
  n0 -> n123;
  n0 -> n124 [style=invis, constraint=false];
  n0 -> n125 [style=invis, constraint=false];
-   n0 -> n126 [constraint=false, tailport=w, headport=e];
+   n0 -> n126 [style=invis, constraint=false];
  n0 -> n128;
  n0 -> n130;
-   n0 -> n132;
+   n0 -> n132 [style=invis, constraint=false];
  n0 -> n136 [constraint=false, tailport=w, headport=e];
  n0 -> n138 [constraint=false, tailport=w, headport=e];
  n0 -> n139;
  n0 -> n140;
-   n0 -> n144;
-   n0 -> n145 [constraint=false, tailport=w, headport=e];
+   n0 -> n144 [style=invis, constraint=false];
+   n0 -> n145 [style=invis, constraint=false];
  n0 -> n146;
-   n0 -> n151;
+   n0 -> n151 [style=invis, constraint=false];
  n0 -> n152;
  n0 -> n156;
-   n0 -> n157 [constraint=false, tailport=w, headport=e];
-   n0 -> n159 [constraint=false, tailport=w, headport=e];
+   n0 -> n157 [style=invis, constraint=false];
+   n0 -> n159 [style=invis, constraint=false];
  n0 -> n160 [constraint=false, tailport=w, headport=e];
-   n0 -> n161 [constraint=false, tailport=w, headport=e];
+   n0 -> n161 [style=invis, constraint=false];
  n0 -> n162;
-   n0 -> n163;
+   n0 -> n163 [style=invis, constraint=false];
  n0 -> n164 [style=invis, constraint=false];
  n0 -> n167;
  n0 -> n168 [constraint=false, tailport=w, headport=e];
  n0 -> n169 [style=invis, constraint=false];
-   n0 -> n171;
+   n0 -> n171 [style=invis, constraint=false];
  n0 -> n173;
-   n0 -> n175 [constraint=false, tailport=w, headport=e];
+   n0 -> n175 [style=invis, constraint=false];
  n1 -> n10;
  n1 -> n11;
  n1 -> n14;
-   n1 -> n108;
+   n1 -> n108 [style=invis, constraint=false];
  n1 -> n147;
  n2 -> n32;
  n2 -> n64;
  n3 -> n16;
  n3 -> n19;
  n3 -> n23;
  n4 -> n2;
  n4 -> n3;
  n4 -> n19;
  n4 -> n33;
-   n4 -> n66;
+   n4 -> n66 [style=invis, constraint=false];
  n4 -> n149;
  n5 -> n11;
  n5 -> n16;
  n6 -> n10;
  n6 -> n12;
  n6 -> n14;
  n6 -> n147;
  n7 -> n99;
  n13 -> n64;
  n17 -> n16;
  n17 -> n19;
  n17 -> n23;
  n18 -> n2;
-   n18 -> n17;
+   n18 -> n17 [style=invis, constraint=false];
  n18 -> n19;
-   n18 -> n115;
+   n18 -> n115 [style=invis, constraint=false];
  n18 -> n173;
  n19 -> n32;
-   n19 -> n79;
+   n19 -> n79 [style=invis, constraint=false];
  n19 -> n173;
  n22 -> n91 [constraint=false, tailport=w, headport=e];
  n24 -> n11;
-   n24 -> n26;
-   n24 -> n29;
+   n24 -> n26 [style=invis, constraint=false];
+   n24 -> n29 [style=invis, constraint=false];
  n24 -> n43;
  n24 -> n56;
  n24 -> n59;
  n24 -> n100;
  n24 -> n146;
  n24 -> n154;
-   n24 -> n158;
+   n24 -> n158 [style=invis, constraint=false];
  n24 -> n166;
  n24 -> n172;
  n25 -> n16;
  n26 -> n27;
-   n26 -> n28;
+   n26 -> n28 [style=invis, constraint=false];
  n26 -> n30;
  n27 -> n30;
  n28 -> n30;
  n29 -> n27;
  n29 -> n30;
  n31 -> n64;
  n31 -> n123;
  n31 -> n149;
  n31 -> n173;
  n32 -> n64;
  n33 -> n19;
  n34 -> n16;
  n34 -> n23;
-   n34 -> n35;
+   n34 -> n35 [style=invis, constraint=false];
  n34 -> n42;
  n34 -> n129;
  n34 -> n149;
  n34 -> n173;
  n35 -> n118;
  n35 -> n120;
  n35 -> n153;
  n36 -> n37;
-   n36 -> n38;
+   n36 -> n38 [style=invis, constraint=false];
  n37 -> n118;
  n37 -> n120;
  n37 -> n153;
  n38 -> n37;
  n38 -> n120;
  n38 -> n153;
  n39 -> n20;
  n39 -> n109;
  n39 -> n173;
  n40 -> n41;
  n41 -> n21;
  n41 -> n118;
  n41 -> n120;
  n41 -> n129;
  n41 -> n153;
-   n42 -> n13;
+   n42 -> n13 [style=invis, constraint=false];
  n42 -> n20;
  n42 -> n32;
  n42 -> n149;
  n43 -> n16;
-   n43 -> n40;
+   n43 -> n40 [style=invis, constraint=false];
  n43 -> n146;
  n43 -> n154;
  n45 -> n39;
  n45 -> n42;
  n45 -> n48;
-   n45 -> n127;
+   n45 -> n127 [style=invis, constraint=false];
  n45 -> n141;
  n45 -> n148;
  n46 -> n113;
  n46 -> n141;
  n47 -> n34;
-   n47 -> n46;
+   n47 -> n46 [style=invis, constraint=false];
  n47 -> n140;
  n47 -> n149;
  n47 -> n173;
-   n48 -> n31;
+   n48 -> n31 [style=invis, constraint=false];
  n48 -> n42;
  n48 -> n58;
  n48 -> n64;
-   n48 -> n69;
-   n48 -> n73;
+   n48 -> n69 [style=invis, constraint=false];
+   n48 -> n73 [style=invis, constraint=false];
  n48 -> n109;
  n48 -> n113;
  n48 -> n123;
  n48 -> n134;
  n48 -> n149;
  n48 -> n173;
  n49 -> n44;
-   n49 -> n50;
-   n50 -> n36;
+   n49 -> n50 [style=invis, constraint=false];
+   n50 -> n36 [style=invis, constraint=false];
  n50 -> n118;
  n50 -> n120;
  n50 -> n153;
  n51 -> n16;
  n51 -> n54;
  n51 -> n61;
  n51 -> n62;
  n51 -> n72;
  n52 -> n53;
  n52 -> n61;
  n53 -> n44;
  n55 -> n9;
  n55 -> n14;
  n55 -> n59;
  n55 -> n72;
  n55 -> n123;
  n55 -> n139;
  n56 -> n118;
  n56 -> n120;
  n56 -> n153;
  n57 -> n99;
  n58 -> n123;
  n58 -> n149;
  n59 -> n60;
  n59 -> n61;
  n59 -> n62;
  n59 -> n63;
  n60 -> n61;
  n60 -> n62;
  n63 -> n61;
  n63 -> n62;
  n63 -> n110;
  n64 -> n173;
  n65 -> n16;
  n66 -> n102;
-   n66 -> n116;
+   n66 -> n116 [style=invis, constraint=false];
  n67 -> n7;
  n67 -> n86;
  n68 -> n7;
-   n68 -> n67;
+   n68 -> n67 [style=invis, constraint=false];
  n68 -> n99;
  n68 -> n142;
  n69 -> n58;
  n69 -> n123;
  n69 -> n149;
  n70 -> n14;
-   n72 -> n70;
+   n72 -> n70 [style=invis, constraint=false];
  n73 -> n74;
  n74 -> n42;
  n75 -> n15;
  n75 -> n71;
  n75 -> n80;
  n76 -> n15;
  n76 -> n75;
  n77 -> n15;
  n77 -> n60;
  n77 -> n61;
  n77 -> n71;
  n77 -> n75;
-   n77 -> n76;
+   n77 -> n76 [style=invis, constraint=false];
  n77 -> n80;
  n77 -> n110;
  n77 -> n143;
  n77 -> n160 [constraint=false, tailport=w, headport=e];
  n78 -> n22 [constraint=false, tailport=w, headport=e];
  n79 -> n64;
  n81 -> n8;
  n81 -> n86;
  n81 -> n143;
  n82 -> n146;
-   n83 -> n84;
+   n83 -> n84 [style=invis, constraint=false];
  n83 -> n135;
-   n84 -> n85;
+   n84 -> n85 [style=invis, constraint=false];
  n84 -> n135;
  n85 -> n135;
  n88 -> n8;
  n88 -> n57;
  n88 -> n99;
  n89 -> n88;
  n89 -> n99;
-   n90 -> n89;
+   n90 -> n89 [style=invis, constraint=false];
  n90 -> n99;
  n93 -> n22 [constraint=false, tailport=w, headport=e];
  n93 -> n146;
  n93 -> n160 [constraint=false, tailport=w, headport=e];
  n94 -> n82;
  n94 -> n86;
  n94 -> n97;
  n94 -> n98;
  n94 -> n99;
-   n94 -> n121;
+   n94 -> n121 [style=invis, constraint=false];
  n94 -> n143;
  n94 -> n173;
  n95 -> n99;
  n96 -> n118;
  n96 -> n120;
  n96 -> n153;
  n97 -> n99;
  n98 -> n97;
  n98 -> n99;
  n99 -> n86;
-   n100 -> n101;
+   n100 -> n101 [style=invis, constraint=false];
  n101 -> n118;
  n101 -> n120;
  n101 -> n153;
  n103 -> n99;
  n104 -> n45;
  n104 -> n48;
  n104 -> n117;
  n104 -> n140;
  n105 -> n45;
  n105 -> n48;
  n105 -> n117;
  n105 -> n140;
  n106 -> n7;
  n106 -> n8;
  n106 -> n11;
-   n106 -> n68;
+   n106 -> n68 [style=invis, constraint=false];
  n106 -> n96;
  n106 -> n99;
-   n106 -> n103;
+   n106 -> n103 [style=invis, constraint=false];
  n106 -> n142;
  n106 -> n143;
  n106 -> n154;
  n108 -> n10;
  n108 -> n11;
  n111 -> n39;
  n111 -> n113;
  n111 -> n148;
  n112 -> n39;
  n112 -> n148;
  n113 -> n39;
-   n113 -> n112;
+   n113 -> n112 [style=invis, constraint=false];
  n113 -> n148;
  n114 -> n11;
  n114 -> n22 [constraint=false, tailport=w, headport=e];
  n114 -> n25;
  n114 -> n92;
  n115 -> n23;
  n115 -> n102;
  n115 -> n165;
  n116 -> n16;
  n116 -> n23;
  n116 -> n102;
  n116 -> n165;
  n117 -> n48;
  n119 -> n86;
  n120 -> n118;
  n121 -> n122;
  n121 -> n123;
  n122 -> n123;
  n123 -> n65;
  n124 -> n11;
  n125 -> n123;
  n127 -> n74;
  n127 -> n149;
  n128 -> n20;
  n128 -> n42;
-   n128 -> n94;
+   n128 -> n94 [style=invis, constraint=false];
  n128 -> n97;
  n128 -> n99;
-   n128 -> n111;
+   n128 -> n111 [style=invis, constraint=false];
  n128 -> n113;
  n128 -> n123;
  n128 -> n140;
  n128 -> n141;
  n128 -> n148;
  n128 -> n149;
  n128 -> n173;
  n129 -> n135;
  n130 -> n131;
  n130 -> n133;
  n130 -> n149;
  n130 -> n173;
  n131 -> n173;
  n132 -> n2;
-   n132 -> n4;
-   n132 -> n18;
+   n132 -> n4 [style=invis, constraint=false];
+   n132 -> n18 [style=invis, constraint=false];
  n132 -> n32;
  n132 -> n39;
  n132 -> n42;
  n132 -> n45;
-   n132 -> n47;
+   n132 -> n47 [style=invis, constraint=false];
  n132 -> n74;
-   n132 -> n104;
-   n132 -> n105;
+   n132 -> n104 [style=invis, constraint=false];
+   n132 -> n105 [style=invis, constraint=false];
  n132 -> n107;
  n132 -> n113;
  n132 -> n123;
  n132 -> n128;
  n132 -> n130;
  n132 -> n131;
  n132 -> n133;
  n132 -> n134;
  n132 -> n140;
  n132 -> n141;
-   n132 -> n170;
+   n132 -> n170 [style=invis, constraint=false];
  n133 -> n131;
  n134 -> n39;
  n134 -> n64;
  n134 -> n113;
  n134 -> n149;
  n134 -> n173;
-   n136 -> n137 [constraint=false, tailport=w, headport=e];
+   n136 -> n137 [style=invis, constraint=false];
  n137 -> n118;
  n137 -> n120;
  n137 -> n153;
  n138 -> n80;
  n138 -> n91 [constraint=false, tailport=w, headport=e];
  n139 -> n16;
  n139 -> n23;
  n139 -> n42;
  n140 -> n16;
  n140 -> n23;
  n140 -> n42;
  n141 -> n42;
  n141 -> n123;
  n142 -> n7;
-   n142 -> n95;
+   n142 -> n95 [style=invis, constraint=false];
  n142 -> n99;
  n142 -> n107;
  n144 -> n11;
  n144 -> n14;
  n144 -> n16;
  n144 -> n72;
  n145 -> n22 [constraint=false, tailport=w, headport=e];
  n145 -> n146;
  n145 -> n160 [constraint=false, tailport=w, headport=e];
  n146 -> n87;
  n147 -> n87;
  n148 -> n39;
  n150 -> n81;
  n151 -> n82;
  n151 -> n86;
  n151 -> n152;
  n152 -> n82;
  n152 -> n86;
  n153 -> n118;
  n153 -> n120;
-   n154 -> n155;
+   n154 -> n155 [style=invis, constraint=false];
  n155 -> n118;
  n155 -> n120;
  n155 -> n153;
  n156 -> n86;
  n157 -> n61;
  n157 -> n63;
  n157 -> n110;
  n158 -> n21;
-   n158 -> n83;
+   n158 -> n83 [style=invis, constraint=false];
  n158 -> n118;
  n158 -> n120;
  n158 -> n153;
  n159 -> n52;
  n159 -> n72;
  n159 -> n168 [constraint=false, tailport=w, headport=e];
  n160 -> n22 [constraint=false, tailport=w, headport=e];
  n161 -> n160 [constraint=false, tailport=w, headport=e];
  n161 -> n168 [constraint=false, tailport=w, headport=e];
  n162 -> n86;
  n163 -> n49;
  n163 -> n51;
  n163 -> n52;
  n163 -> n53;
  n163 -> n86;
  n163 -> n106;
  n163 -> n146;
  n163 -> n162;
  n163 -> n167;
  n163 -> n168 [constraint=false, tailport=w, headport=e];
  n164 -> n168 [constraint=false, tailport=w, headport=e];
  n165 -> n32;
  n165 -> n149;
  n166 -> n59;
  n166 -> n100;
  n166 -> n146;
  n166 -> n154;
  n167 -> n9;
-   n167 -> n78;
+   n167 -> n78 [style=invis, constraint=false];
  n167 -> n81;
  n167 -> n150;
  n167 -> n156;
  n168 -> n136 [constraint=false, tailport=w, headport=e];
  n168 -> n138 [constraint=false, tailport=w, headport=e];
  n168 -> n146;
  n169 -> n131;
  n170 -> n34;
  n170 -> n123;
  n170 -> n173;
  n171 -> n10;
  n171 -> n11;
  n172 -> n10;
  n172 -> n96;
  n172 -> n99;
  n172 -> n107;
-   n173 -> n174;
+   n173 -> n174 [style=invis, constraint=false];
  n174 -> n118;
  n174 -> n120;
  n174 -> n153;
  n51 -> n49 [style=invis, weight=900, minlen=2];
-   n152 -> n156 [style=invis, weight=900, minlen=2];
+   n71 -> n106 [style=invis, weight=900, minlen=2];
  left_column_0 [label="", shape=point, width=0.01, height=0.01, style=invis];
  left_column_1 [label="", shape=point, width=0.01, height=0.01, style=invis];
  left_column_2 [label="", shape=point, width=0.01, height=0.01, style=invis];
  left_column_3 [label="", shape=point, width=0.01, height=0.01, style=invis];
  left_column_3 -> left_column_2 -> left_column_1 -> left_column_0 -> n0 [style=invis, weight=1000];
  {
    rank=same;
-     left_column_0; n93; n126; n145; n157; n159; n161; n164; n175;
+     left_column_0; n55; n77; n93; n126; n144; n145; n157; n159; n161; n164; n175;
  }
  {
    rank=same;
    left_column_1; n136; n160; n168;
  }
  {
    rank=same;
    left_column_2; n22; n138;
  }
  {
    rank=same;
    left_column_3; n91; n137;
  }
  n91 -> n22 [style=invis, weight=300, minlen=1];
+   n160 -> n77 [style=invis, weight=300, minlen=1];
  n22 -> n93 [style=invis, weight=300, minlen=1];
  n160 -> n93 [style=invis, weight=300, minlen=1];
  n137 -> n136 [style=invis, weight=300, minlen=1];
  n91 -> n138 [style=invis, weight=300, minlen=1];
  n22 -> n145 [style=invis, weight=300, minlen=1];
  n160 -> n145 [style=invis, weight=300, minlen=1];
  n168 -> n159 [style=invis, weight=300, minlen=1];
  n22 -> n160 [style=invis, weight=300, minlen=1];
  n160 -> n161 [style=invis, weight=300, minlen=1];
  n168 -> n161 [style=invis, weight=300, minlen=1];
  n168 -> n164 [style=invis, weight=300, minlen=1];
  n136 -> n168 [style=invis, weight=300, minlen=1];
  n138 -> n168 [style=invis, weight=300, minlen=1];
  architecture_irrelevant [label=<<TABLE BORDER="1" CELLBORDER="0" CELLSPACING="0" CELLPADDING="36" COLOR="#b7bec9" STYLE="ROUNDED"><TR><TD><FONT POINT-SIZE="54"><B>irrelevant to architecture</B></FONT></TD></TR><TR><TD><FONT POINT-SIZE="50"><B>log</B></FONT> <FONT POINT-SIZE="45">0.4.33</FONT></TD></TR></TABLE>>, shape=plain, fontcolor="#334155"];
  // collapsed leaf ends: 76
  // shared two-input leaf ends: 8
-   // root-attached one-hop nodes: 5
+   // parent-attached one-input nodes: 71
  // left-wing root-shared leaf ends: 0
-   // pinned left-wing crates: 15
+   // pinned left-wing crates: 18
  // architecture-irrelevant bucket entries: 1
}
